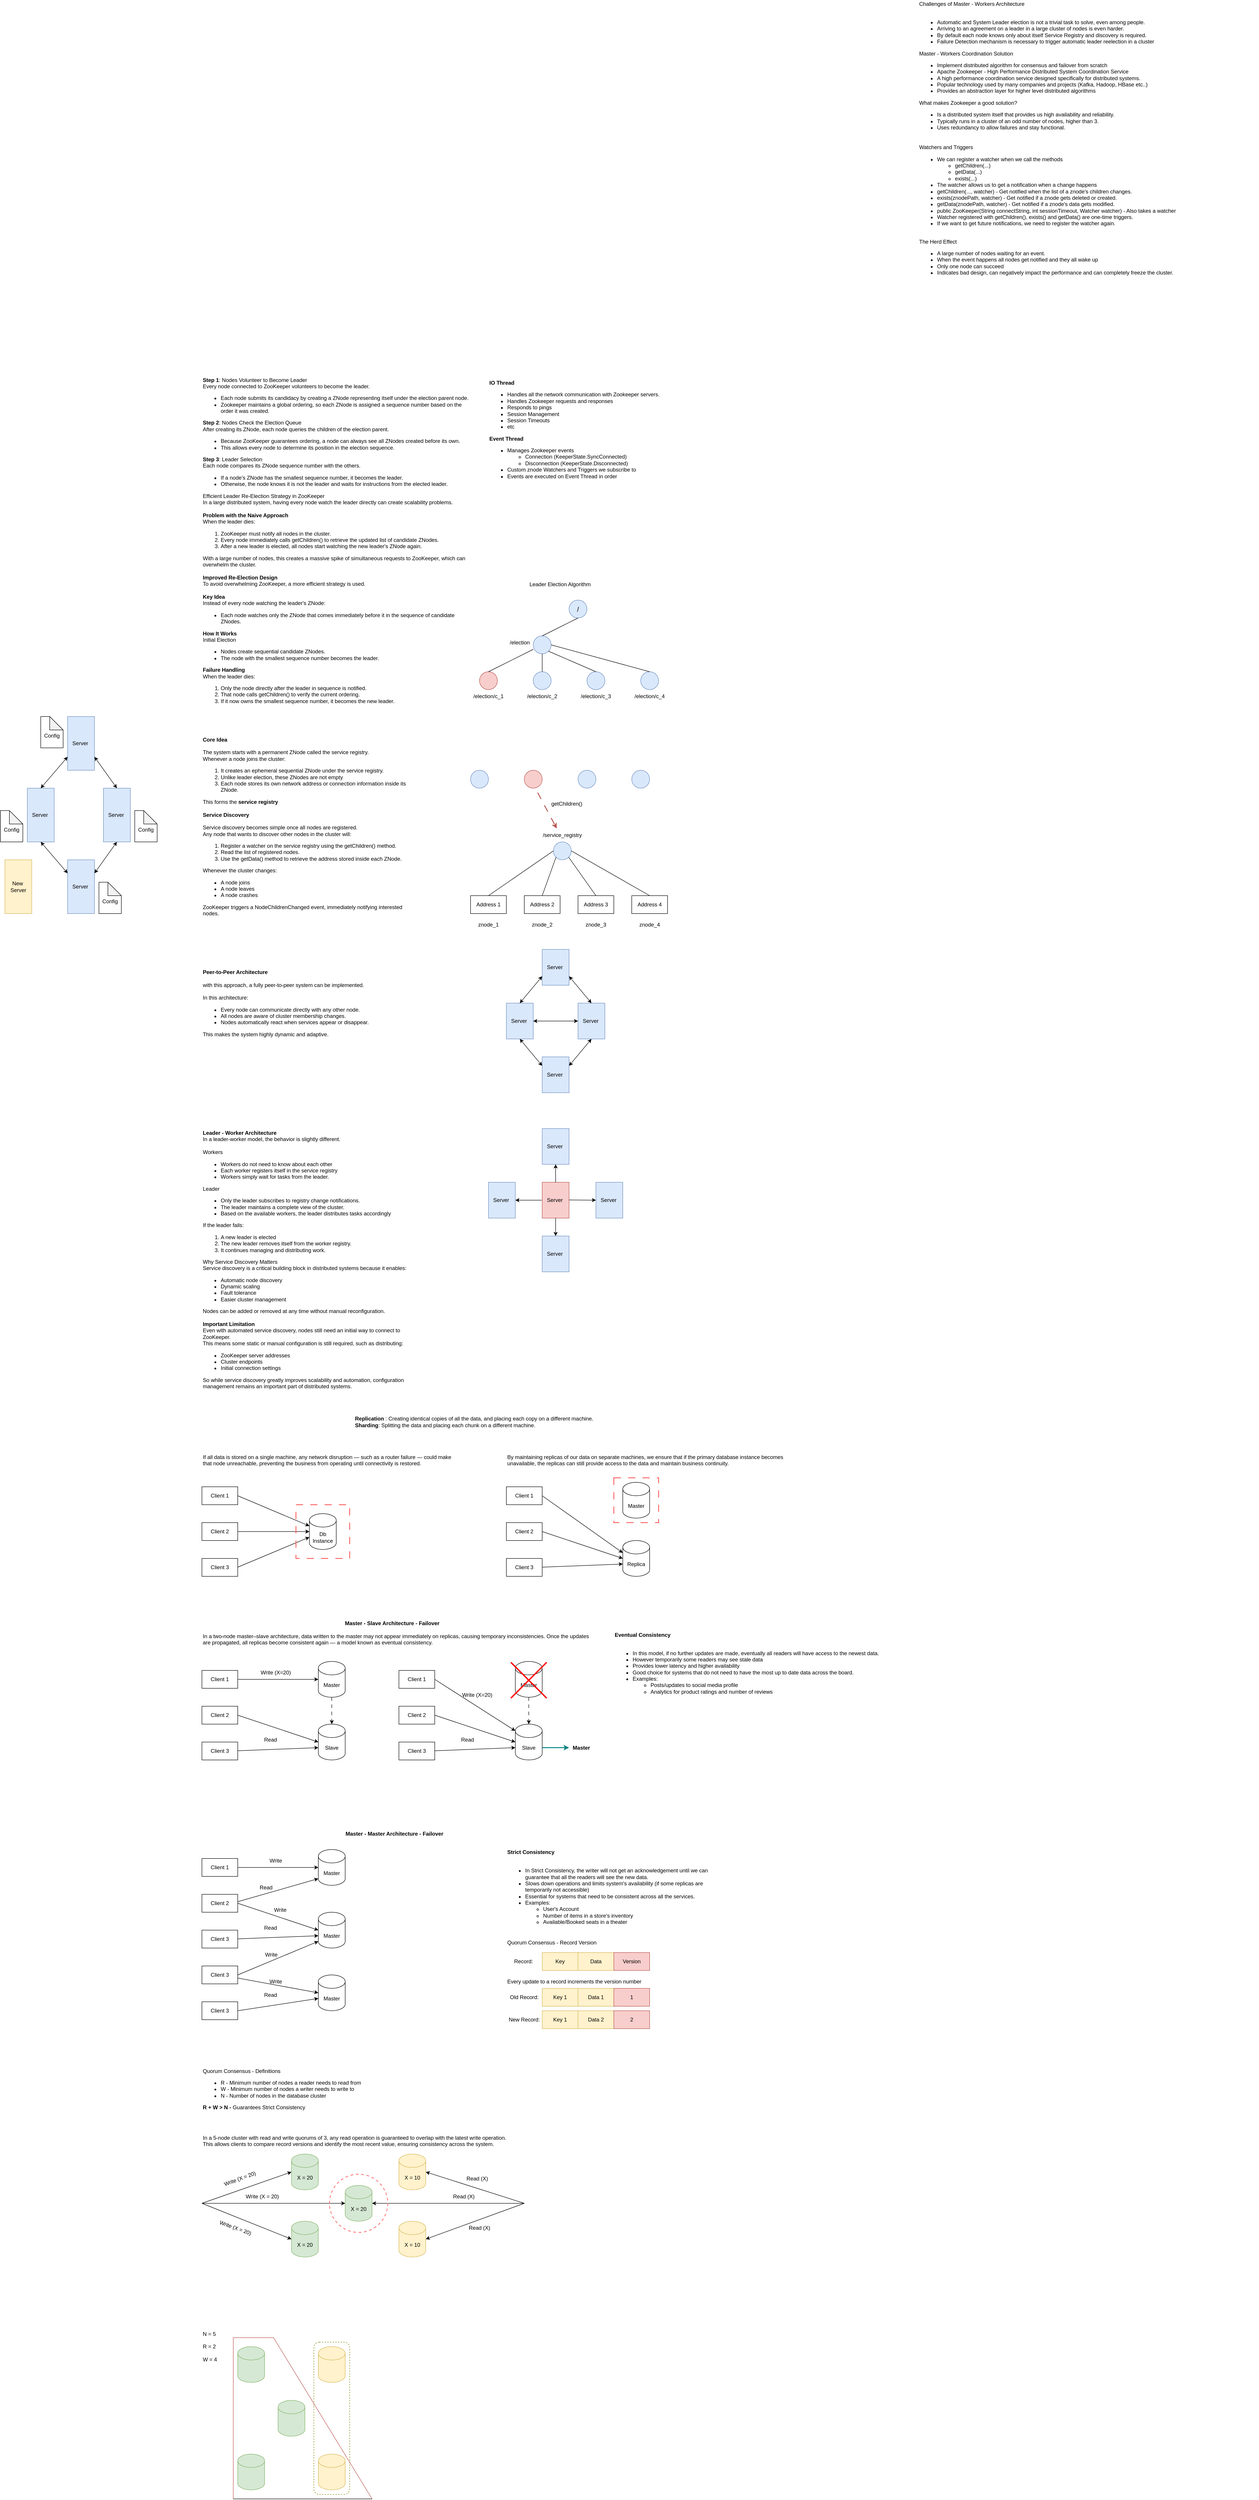
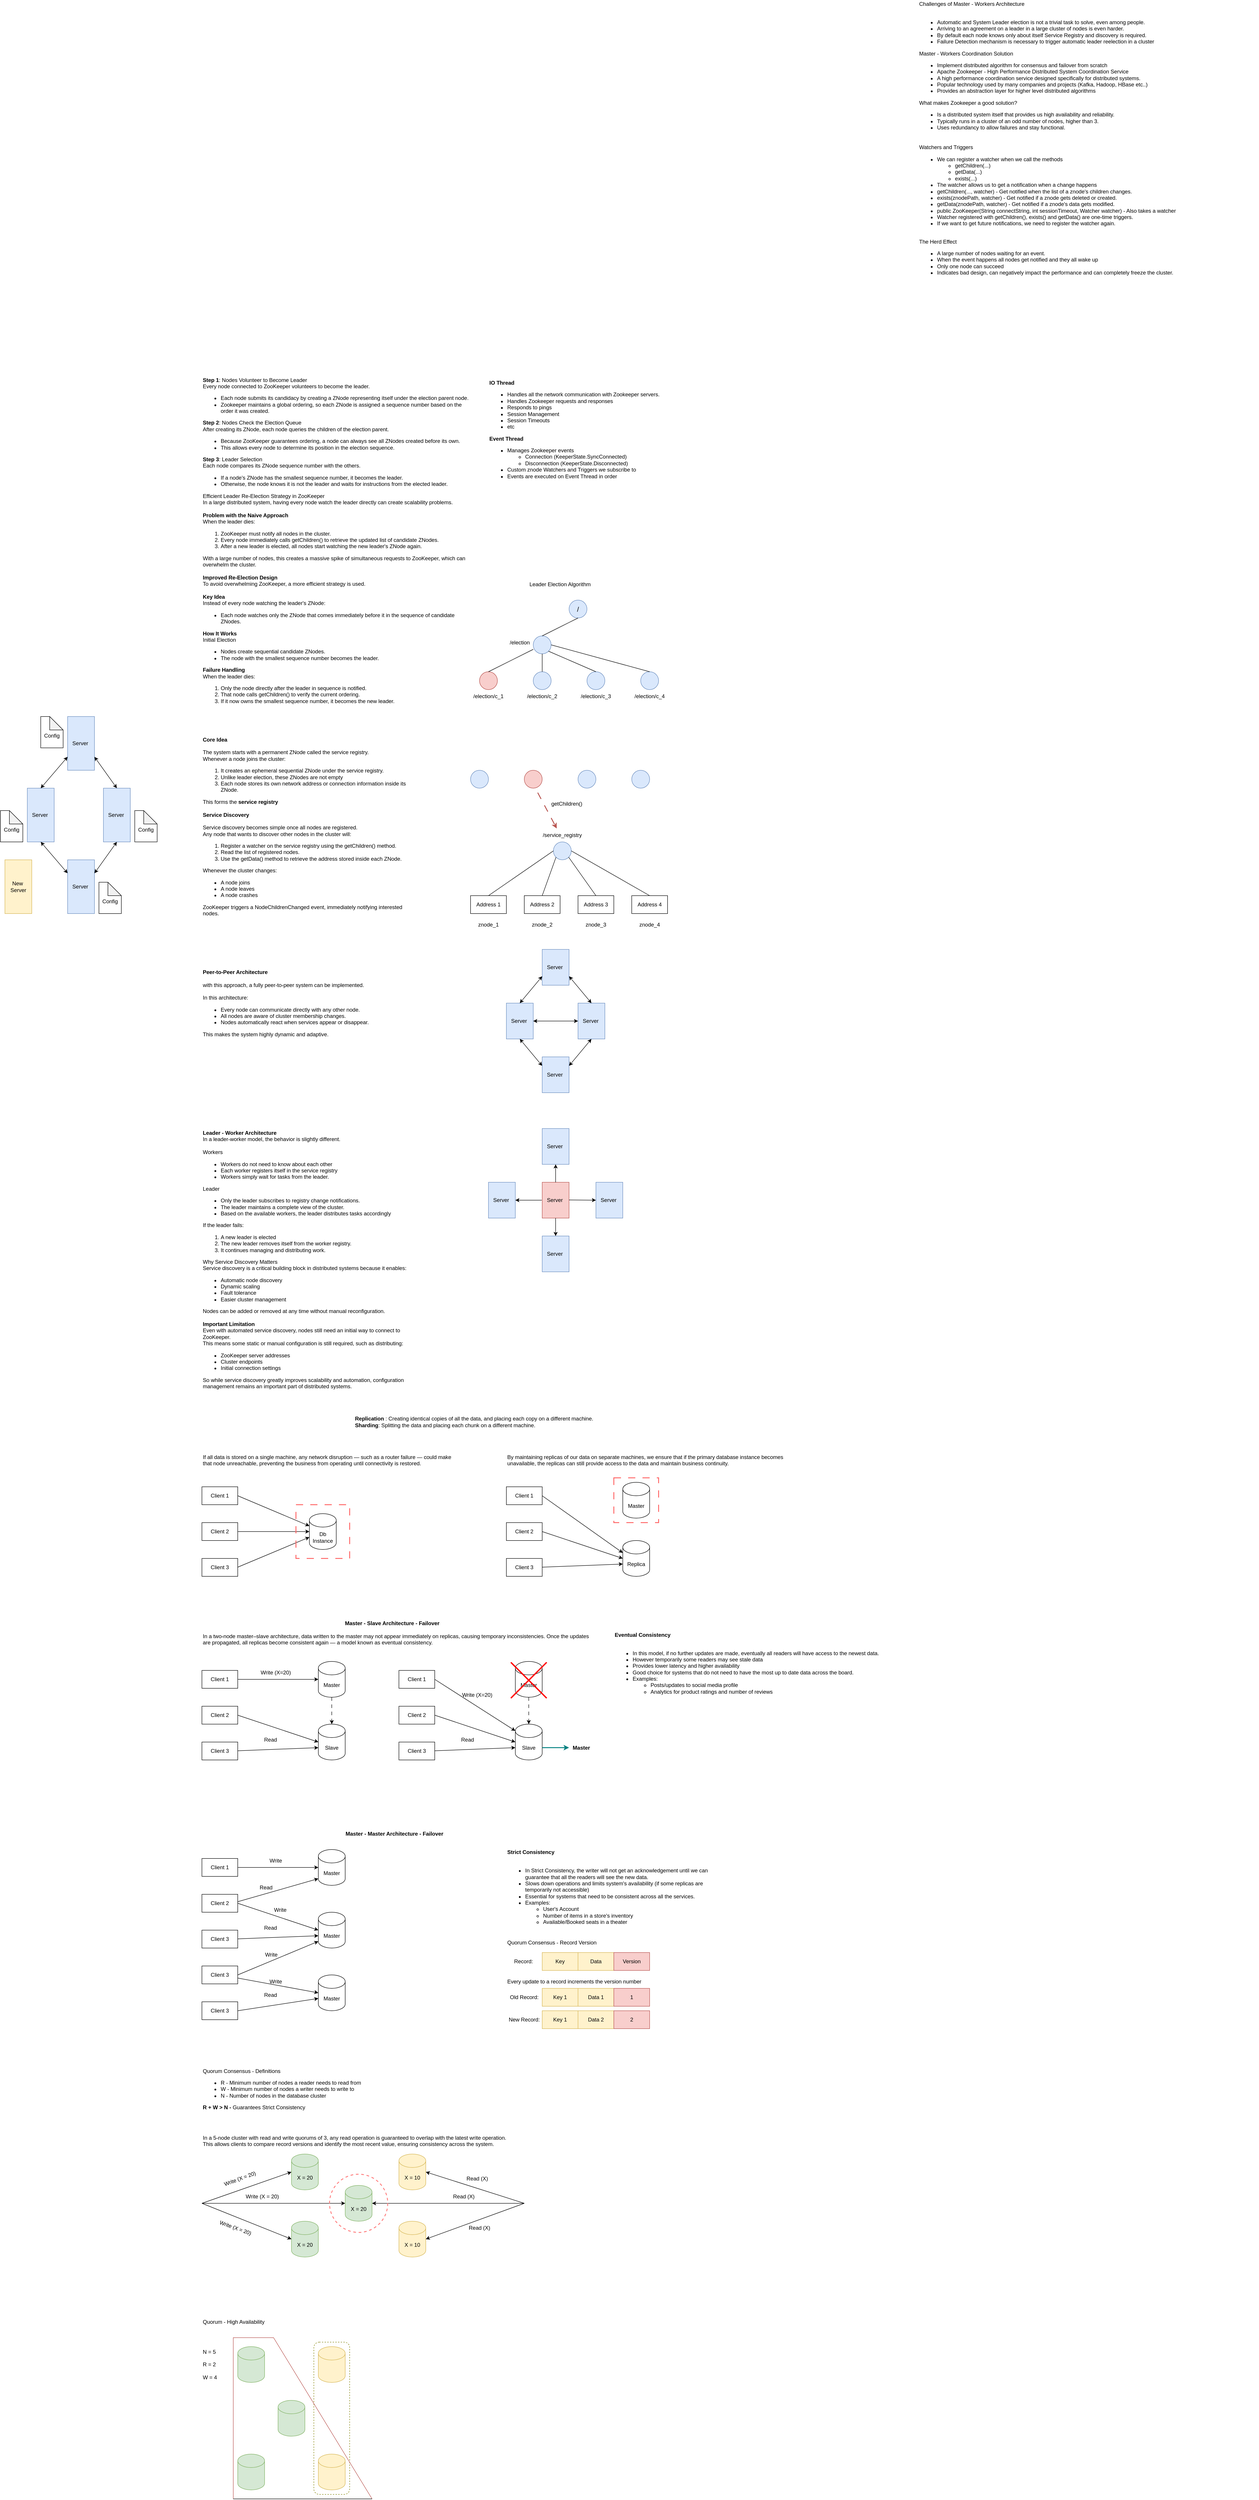
<mxfile host="app.diagrams.net">
  <diagram name="Page-1" id="tO2NQB0IofIboXUTSpVf">
    <mxGraphModel dx="4391" dy="1800" grid="1" gridSize="10" guides="1" tooltips="1" connect="1" arrows="1" fold="1" page="1" pageScale="1" pageWidth="850" pageHeight="1100" math="0" shadow="0">
      <root>
        <mxCell id="0" />
        <mxCell id="1" parent="0" />
        <mxCell id="MGsdMgP7l0InPqgAwvWF-1" parent="1" style="text;html=1;whiteSpace=wrap;strokeColor=none;fillColor=none;align=left;verticalAlign=middle;rounded=0;" value="&lt;div&gt;Challenges of Master - Workers Architecture&lt;/div&gt;&lt;div&gt;&lt;br&gt;&lt;/div&gt;&lt;div&gt;&lt;ul&gt;&lt;li&gt;Automatic and System Leader election is not a trivial task to solve, even among people.&lt;/li&gt;&lt;li&gt;Arriving to an agreement on a leader in a large cluster of nodes is even harder.&lt;/li&gt;&lt;li&gt;By default each node knows only about itself Service Registry and discovery is required.&lt;/li&gt;&lt;li&gt;Failure Detection mechanism is necessary to trigger automatic leader reelection in a cluster&lt;/li&gt;&lt;/ul&gt;&lt;div&gt;Master - Workers Coordination Solution&lt;/div&gt;&lt;div&gt;&lt;ul&gt;&lt;li&gt;Implement distributed algorithm for consensus and failover from scratch&lt;/li&gt;&lt;li&gt;Apache Zookeeper - High Performance Distributed System Coordination Service&amp;nbsp;&lt;/li&gt;&lt;li&gt;A high performance coordination service designed specifically for distributed systems.&lt;/li&gt;&lt;li&gt;Popular technology used by many companies and projects (Kafka, Hadoop, HBase etc..)&lt;/li&gt;&lt;li&gt;Provides an abstraction layer for higher level distributed algorithms&lt;/li&gt;&lt;/ul&gt;&lt;div&gt;What makes Zookeeper a good solution?&lt;/div&gt;&lt;div&gt;&lt;ul&gt;&lt;li&gt;Is a distributed system itself that provides us high availability and reliability.&lt;/li&gt;&lt;li&gt;Typically runs in a cluster of an odd number of nodes, higher than 3.&lt;/li&gt;&lt;li&gt;Uses redundancy to allow failures and stay functional.&lt;/li&gt;&lt;/ul&gt;&lt;/div&gt;&lt;/div&gt;&lt;/div&gt;&lt;div&gt;&lt;br&gt;&lt;/div&gt;" vertex="1">
          <mxGeometry height="320" width="760" x="40" y="-1000" as="geometry" />
        </mxCell>
        <mxCell id="MGsdMgP7l0InPqgAwvWF-2" parent="1" style="ellipse;whiteSpace=wrap;html=1;fillColor=#dae8fc;strokeColor=#6c8ebf;fontSize=15;" value="/" vertex="1">
          <mxGeometry height="40" width="40" x="-740" y="340" as="geometry" />
        </mxCell>
        <mxCell id="MGsdMgP7l0InPqgAwvWF-3" parent="1" style="text;html=1;whiteSpace=wrap;strokeColor=none;fillColor=none;align=center;verticalAlign=middle;rounded=0;" value="Leader Election Algorithm" vertex="1">
          <mxGeometry height="30" width="240" x="-880" y="290" as="geometry" />
        </mxCell>
        <mxCell id="MGsdMgP7l0InPqgAwvWF-5" parent="1" style="ellipse;whiteSpace=wrap;html=1;fillColor=#dae8fc;strokeColor=#6c8ebf;" value="" vertex="1">
          <mxGeometry height="40" width="40" x="-820" y="420" as="geometry" />
        </mxCell>
        <mxCell id="MGsdMgP7l0InPqgAwvWF-8" parent="1" style="text;html=1;whiteSpace=wrap;strokeColor=none;fillColor=none;align=center;verticalAlign=middle;rounded=0;" value="/election" vertex="1">
          <mxGeometry height="30" width="60" x="-880" y="420" as="geometry" />
        </mxCell>
        <mxCell id="MGsdMgP7l0InPqgAwvWF-9" parent="1" style="ellipse;whiteSpace=wrap;html=1;fillColor=#f8cecc;strokeColor=#b85450;" value="" vertex="1">
          <mxGeometry height="40" width="40" x="-940" y="500" as="geometry" />
        </mxCell>
        <mxCell id="MGsdMgP7l0InPqgAwvWF-10" parent="1" style="ellipse;whiteSpace=wrap;html=1;fillColor=#dae8fc;strokeColor=#6c8ebf;" value="" vertex="1">
          <mxGeometry height="40" width="40" x="-820" y="500" as="geometry" />
        </mxCell>
        <mxCell id="MGsdMgP7l0InPqgAwvWF-11" parent="1" style="ellipse;whiteSpace=wrap;html=1;fillColor=#dae8fc;strokeColor=#6c8ebf;" value="" vertex="1">
          <mxGeometry height="40" width="40" x="-700" y="500" as="geometry" />
        </mxCell>
        <mxCell id="MGsdMgP7l0InPqgAwvWF-12" parent="1" style="ellipse;whiteSpace=wrap;html=1;fillColor=#dae8fc;strokeColor=#6c8ebf;" value="" vertex="1">
          <mxGeometry height="40" width="40" x="-580" y="500" as="geometry" />
        </mxCell>
        <mxCell id="MGsdMgP7l0InPqgAwvWF-13" edge="1" parent="1" source="MGsdMgP7l0InPqgAwvWF-9" style="endArrow=none;html=1;rounded=0;exitX=0.5;exitY=0;exitDx=0;exitDy=0;" value="">
          <mxGeometry height="50" relative="1" width="50" as="geometry">
            <mxPoint x="-870" y="500" as="sourcePoint" />
            <mxPoint x="-820" y="450" as="targetPoint" />
          </mxGeometry>
        </mxCell>
        <mxCell id="MGsdMgP7l0InPqgAwvWF-14" edge="1" parent="1" source="MGsdMgP7l0InPqgAwvWF-10" style="endArrow=none;html=1;rounded=0;exitX=0.5;exitY=0;exitDx=0;exitDy=0;entryX=0.5;entryY=1;entryDx=0;entryDy=0;" target="MGsdMgP7l0InPqgAwvWF-5" value="">
          <mxGeometry height="50" relative="1" width="50" as="geometry">
            <mxPoint x="-850" y="510" as="sourcePoint" />
            <mxPoint x="-800" y="460" as="targetPoint" />
          </mxGeometry>
        </mxCell>
        <mxCell id="MGsdMgP7l0InPqgAwvWF-15" edge="1" parent="1" source="MGsdMgP7l0InPqgAwvWF-11" style="endArrow=none;html=1;rounded=0;entryX=1;entryY=1;entryDx=0;entryDy=0;exitX=0.5;exitY=0;exitDx=0;exitDy=0;" target="MGsdMgP7l0InPqgAwvWF-5" value="">
          <mxGeometry height="50" relative="1" width="50" as="geometry">
            <mxPoint x="-760" y="500" as="sourcePoint" />
            <mxPoint x="-710" y="450" as="targetPoint" />
          </mxGeometry>
        </mxCell>
        <mxCell id="MGsdMgP7l0InPqgAwvWF-16" edge="1" parent="1" source="MGsdMgP7l0InPqgAwvWF-12" style="endArrow=none;html=1;rounded=0;entryX=1;entryY=0.5;entryDx=0;entryDy=0;exitX=0.5;exitY=0;exitDx=0;exitDy=0;" target="MGsdMgP7l0InPqgAwvWF-5" value="">
          <mxGeometry height="50" relative="1" width="50" as="geometry">
            <mxPoint x="-670" y="500" as="sourcePoint" />
            <mxPoint x="-620" y="450" as="targetPoint" />
          </mxGeometry>
        </mxCell>
        <mxCell id="MGsdMgP7l0InPqgAwvWF-17" parent="1" style="text;html=1;whiteSpace=wrap;strokeColor=none;fillColor=none;align=center;verticalAlign=middle;rounded=0;" value="/service_registry" vertex="1">
          <mxGeometry height="30" width="90" x="-800" y="850" as="geometry" />
        </mxCell>
        <mxCell id="MGsdMgP7l0InPqgAwvWF-18" parent="1" style="text;html=1;whiteSpace=wrap;strokeColor=none;fillColor=none;align=center;verticalAlign=middle;rounded=0;" value="/election/c_2" vertex="1">
          <mxGeometry height="30" width="80" x="-840" y="540" as="geometry" />
        </mxCell>
        <mxCell id="MGsdMgP7l0InPqgAwvWF-19" parent="1" style="text;html=1;whiteSpace=wrap;strokeColor=none;fillColor=none;align=center;verticalAlign=middle;rounded=0;" value="/election/c_3" vertex="1">
          <mxGeometry height="30" width="80" x="-720" y="540" as="geometry" />
        </mxCell>
        <mxCell id="MGsdMgP7l0InPqgAwvWF-20" parent="1" style="text;html=1;whiteSpace=wrap;strokeColor=none;fillColor=none;align=center;verticalAlign=middle;rounded=0;" value="/election/c_4" vertex="1">
          <mxGeometry height="30" width="80" x="-600" y="540" as="geometry" />
        </mxCell>
        <mxCell id="MGsdMgP7l0InPqgAwvWF-21" parent="1" style="text;html=1;whiteSpace=wrap;strokeColor=none;fillColor=none;align=left;verticalAlign=middle;rounded=0;" value="&lt;div&gt;&lt;b&gt;Step 1&lt;/b&gt;: Nodes Volunteer to Become Leader&amp;nbsp;&lt;/div&gt;&lt;div&gt;Every node connected to ZooKeeper volunteers to become the leader.&lt;/div&gt;&lt;div&gt;&lt;ul&gt;&lt;li&gt;Each node submits its candidacy by creating a ZNode representing itself under the election parent node.&lt;/li&gt;&lt;li&gt;Zookeeper maintains a global ordering, so each ZNode is assigned a sequence number based on the order it was created.&lt;/li&gt;&lt;/ul&gt;&lt;div&gt;&lt;b&gt;Step 2&lt;/b&gt;: Nodes Check the Election Queue&lt;/div&gt;&lt;div&gt;After creating its ZNode, each node queries the children of the election parent.&lt;/div&gt;&lt;div&gt;&lt;ul&gt;&lt;li&gt;Because ZooKeeper guarantees ordering, a node can always see all ZNodes created before its own.&lt;/li&gt;&lt;li&gt;This allows every node to determine its position in the election sequence.&lt;/li&gt;&lt;/ul&gt;&lt;div&gt;&lt;b&gt;Step 3&lt;/b&gt;: Leader Selection&lt;/div&gt;&lt;div&gt;Each node compares its ZNode sequence number with the others.&lt;/div&gt;&lt;div&gt;&lt;ul&gt;&lt;li&gt;If a node&#39;s ZNode has the smallest sequence number, it becomes the leader.&lt;/li&gt;&lt;li&gt;Otherwise, the node knows it is not the leader and waits for instructions from the elected leader.&lt;/li&gt;&lt;/ul&gt;&lt;div&gt;Efficient Leader Re-Election Strategy in ZooKeeper&lt;/div&gt;&lt;div&gt;In a large distributed system, having every node watch the leader directly can create scalability problems.&lt;/div&gt;&lt;div&gt;&lt;br&gt;&lt;/div&gt;&lt;div&gt;&lt;b&gt;Problem with the Naive Approach&lt;/b&gt;&lt;/div&gt;&lt;div&gt;When the leader dies:&lt;/div&gt;&lt;div&gt;&lt;ol&gt;&lt;li&gt;ZooKeeper must notify all nodes in the cluster.&lt;/li&gt;&lt;li&gt;Every node immediately calls getChildren() to retrieve the updated list of candidate ZNodes.&lt;/li&gt;&lt;li&gt;After a new leader is elected, all nodes start watching the new leader&#39;s ZNode again.&lt;/li&gt;&lt;/ol&gt;&lt;div&gt;With a large number of nodes, this creates a massive spike of simultaneous requests to ZooKeeper, which can&amp;nbsp;&lt;/div&gt;&lt;div&gt;overwhelm the cluster.&lt;/div&gt;&lt;div&gt;&lt;br&gt;&lt;/div&gt;&lt;div&gt;&lt;b&gt;Improved Re-Election Design&amp;nbsp;&lt;/b&gt;&lt;/div&gt;&lt;div&gt;To avoid overwhelming ZooKeeper, a more efficient strategy is used.&lt;/div&gt;&lt;div&gt;&lt;br&gt;&lt;/div&gt;&lt;div&gt;&lt;b&gt;Key Idea&amp;nbsp;&lt;/b&gt;&lt;/div&gt;&lt;div&gt;Instead of every node watching the leader&#39;s ZNode:&lt;/div&gt;&lt;div&gt;&lt;ul&gt;&lt;li&gt;Each node watches only the ZNode that comes immediately before it in the sequence of candidate ZNodes.&lt;/li&gt;&lt;/ul&gt;&lt;div&gt;&lt;b&gt;How It Works&amp;nbsp;&lt;/b&gt;&lt;/div&gt;&lt;div&gt;Initial Election&amp;nbsp;&lt;/div&gt;&lt;div&gt;&lt;ul&gt;&lt;li&gt;Nodes create sequential candidate ZNodes.&lt;/li&gt;&lt;li&gt;The node with the smallest sequence number becomes the leader.&lt;/li&gt;&lt;/ul&gt;&lt;div&gt;&lt;b&gt;Failure Handling&lt;/b&gt;&lt;/div&gt;&lt;div&gt;When the leader dies:&lt;/div&gt;&lt;div&gt;&lt;ol&gt;&lt;li&gt;Only the node directly after the leader in sequence is notified.&lt;/li&gt;&lt;li&gt;That node calls getChildren() to verify the current ordering.&lt;/li&gt;&lt;li&gt;If it now owns the smallest sequence number, it becomes the new leader.&lt;/li&gt;&lt;/ol&gt;&lt;/div&gt;&lt;div&gt;&lt;br&gt;&lt;/div&gt;&lt;/div&gt;&lt;/div&gt;&lt;/div&gt;&lt;/div&gt;&lt;/div&gt;&lt;/div&gt;" vertex="1">
          <mxGeometry height="760" width="600" x="-1560" y="-160" as="geometry" />
        </mxCell>
        <mxCell id="MGsdMgP7l0InPqgAwvWF-22" edge="1" parent="1" source="MGsdMgP7l0InPqgAwvWF-5" style="endArrow=none;html=1;rounded=0;exitX=0.5;exitY=0;exitDx=0;exitDy=0;" value="">
          <mxGeometry height="50" relative="1" width="50" as="geometry">
            <mxPoint x="-770" y="430" as="sourcePoint" />
            <mxPoint x="-720" y="380" as="targetPoint" />
          </mxGeometry>
        </mxCell>
        <mxCell id="MGsdMgP7l0InPqgAwvWF-23" parent="1" style="text;html=1;whiteSpace=wrap;strokeColor=none;fillColor=none;align=left;verticalAlign=middle;rounded=0;" value="&lt;div&gt;&lt;b&gt;IO Thread&amp;nbsp;&lt;/b&gt;&lt;/div&gt;&lt;div&gt;&lt;ul&gt;&lt;li&gt;Handles all the network communication with Zookeeper servers.&lt;/li&gt;&lt;li&gt;Handles Zookeeper requests and responses&amp;nbsp;&lt;/li&gt;&lt;li&gt;Responds to pings&amp;nbsp;&lt;/li&gt;&lt;li&gt;Session Management&amp;nbsp;&lt;/li&gt;&lt;li&gt;Session Timeouts&amp;nbsp;&lt;/li&gt;&lt;li&gt;etc&amp;nbsp;&lt;/li&gt;&lt;/ul&gt;&lt;div&gt;&lt;b&gt;Event Thread&amp;nbsp;&lt;/b&gt;&lt;/div&gt;&lt;div&gt;&lt;ul&gt;&lt;li&gt;Manages Zookeeper events&amp;nbsp;&lt;/li&gt;&lt;ul&gt;&lt;li&gt;Connection (KeeperState.SyncConnected)&lt;/li&gt;&lt;li&gt;Disconnection (KeeperState.Disconnected)&lt;/li&gt;&lt;/ul&gt;&lt;li&gt;Custom znode Watchers and Triggers we subscribe to&amp;nbsp;&lt;/li&gt;&lt;li&gt;Events are executed on Event Thread in order&amp;nbsp;&lt;/li&gt;&lt;/ul&gt;&lt;/div&gt;&lt;/div&gt;" vertex="1">
          <mxGeometry height="250" width="440" x="-920" y="-160" as="geometry" />
        </mxCell>
        <mxCell id="MGsdMgP7l0InPqgAwvWF-24" parent="1" style="text;html=1;whiteSpace=wrap;strokeColor=none;fillColor=none;align=left;verticalAlign=middle;rounded=0;" value="&lt;div&gt;Watchers and Triggers&lt;/div&gt;&lt;div&gt;&lt;ul&gt;&lt;li&gt;We can register a watcher when we call the methods&lt;/li&gt;&lt;ul&gt;&lt;li&gt;getChildren(...)&lt;/li&gt;&lt;li&gt;getData(...)&lt;/li&gt;&lt;li&gt;exists(...)&lt;/li&gt;&lt;/ul&gt;&lt;li&gt;The watcher allows us to get a notification when a change happens&lt;/li&gt;&lt;li&gt;getChildren(..., watcher) - Get notified when the list of a znode&#39;s children changes.&lt;/li&gt;&lt;li&gt;exists(znodePath, watcher) - Get notified if a znode gets deleted or created.&lt;/li&gt;&lt;li&gt;getData(znodePath, watcher) - Get notified if a znode&#39;s data gets modified.&lt;/li&gt;&lt;li&gt;public ZooKeeper(String connectString, int sessionTimeout, Watcher watcher) - Also takes a watcher&amp;nbsp;&lt;/li&gt;&lt;li&gt;Watcher registered with getChildren(), exists() and getData() are one-time triggers.&lt;/li&gt;&lt;li&gt;If we want to get future notifications, we need to register the watcher again.&lt;/li&gt;&lt;/ul&gt;&lt;/div&gt;" vertex="1">
          <mxGeometry height="200" width="760" x="40" y="-680" as="geometry" />
        </mxCell>
        <mxCell id="MGsdMgP7l0InPqgAwvWF-25" parent="1" style="text;html=1;whiteSpace=wrap;strokeColor=none;fillColor=none;align=left;verticalAlign=middle;rounded=0;" value="&lt;div&gt;The Herd Effect&lt;/div&gt;&lt;div&gt;&lt;ul&gt;&lt;li&gt;A large number of nodes waiting for an event.&lt;/li&gt;&lt;li&gt;When the event happens all nodes get notified and they all wake up&lt;/li&gt;&lt;li&gt;Only one node can succeed&amp;nbsp;&lt;/li&gt;&lt;li&gt;Indicates bad design, can negatively impact the performance and can completely freeze the cluster.&lt;/li&gt;&lt;/ul&gt;&lt;/div&gt;" vertex="1">
          <mxGeometry height="120" width="760" x="40" y="-480" as="geometry" />
        </mxCell>
        <mxCell id="MGsdMgP7l0InPqgAwvWF-26" parent="1" style="rounded=0;whiteSpace=wrap;html=1;fillColor=#dae8fc;strokeColor=#6c8ebf;" value="Server&amp;nbsp;" vertex="1">
          <mxGeometry height="120" width="60" x="-1950" y="760" as="geometry" />
        </mxCell>
        <mxCell id="MGsdMgP7l0InPqgAwvWF-35" parent="1" style="rounded=0;whiteSpace=wrap;html=1;fillColor=#dae8fc;strokeColor=#6c8ebf;" value="Server&amp;nbsp;" vertex="1">
          <mxGeometry height="120" width="60" x="-1860" y="600" as="geometry" />
        </mxCell>
        <mxCell id="MGsdMgP7l0InPqgAwvWF-38" parent="1" style="rounded=0;whiteSpace=wrap;html=1;fillColor=#dae8fc;strokeColor=#6c8ebf;" value="Server&amp;nbsp;" vertex="1">
          <mxGeometry height="120" width="60" x="-1780" y="760" as="geometry" />
        </mxCell>
        <mxCell id="MGsdMgP7l0InPqgAwvWF-42" parent="1" style="shape=note;whiteSpace=wrap;html=1;backgroundOutline=1;darkOpacity=0.05;" value="&lt;div&gt;&lt;br&gt;&lt;/div&gt;&lt;div&gt;Config&lt;/div&gt;" vertex="1">
          <mxGeometry height="70" width="50" x="-2010" y="810" as="geometry" />
        </mxCell>
        <mxCell id="MGsdMgP7l0InPqgAwvWF-43" parent="1" style="shape=note;whiteSpace=wrap;html=1;backgroundOutline=1;darkOpacity=0.05;" value="&lt;div&gt;&lt;br&gt;&lt;/div&gt;&lt;div&gt;Config&lt;/div&gt;" vertex="1">
          <mxGeometry height="70" width="50" x="-1920" y="600" as="geometry" />
        </mxCell>
        <mxCell id="MGsdMgP7l0InPqgAwvWF-44" parent="1" style="shape=note;whiteSpace=wrap;html=1;backgroundOutline=1;darkOpacity=0.05;" value="&lt;div&gt;&lt;br&gt;&lt;/div&gt;&lt;div&gt;Config&lt;/div&gt;" vertex="1">
          <mxGeometry height="70" width="50" x="-1710" y="810" as="geometry" />
        </mxCell>
        <mxCell id="MGsdMgP7l0InPqgAwvWF-45" edge="1" parent="1" source="MGsdMgP7l0InPqgAwvWF-26" style="endArrow=classic;startArrow=classic;html=1;rounded=0;entryX=0;entryY=0.75;entryDx=0;entryDy=0;exitX=0.5;exitY=0;exitDx=0;exitDy=0;" target="MGsdMgP7l0InPqgAwvWF-35" value="">
          <mxGeometry height="50" relative="1" width="50" as="geometry">
            <mxPoint x="-1980" y="760" as="sourcePoint" />
            <mxPoint x="-1930" y="710" as="targetPoint" />
          </mxGeometry>
        </mxCell>
        <mxCell id="MGsdMgP7l0InPqgAwvWF-47" edge="1" parent="1" source="MGsdMgP7l0InPqgAwvWF-26" style="endArrow=classic;startArrow=classic;html=1;rounded=0;entryX=0;entryY=0.25;entryDx=0;entryDy=0;exitX=0.5;exitY=1;exitDx=0;exitDy=0;" target="MGsdMgP7l0InPqgAwvWF-48" value="">
          <mxGeometry height="50" relative="1" width="50" as="geometry">
            <mxPoint x="-1950" y="950" as="sourcePoint" />
            <mxPoint x="-1840" y="880" as="targetPoint" />
          </mxGeometry>
        </mxCell>
        <mxCell id="MGsdMgP7l0InPqgAwvWF-48" parent="1" style="rounded=0;whiteSpace=wrap;html=1;fillColor=#dae8fc;strokeColor=#6c8ebf;" value="Server&amp;nbsp;" vertex="1">
          <mxGeometry height="120" width="60" x="-1860" y="920" as="geometry" />
        </mxCell>
        <mxCell id="MGsdMgP7l0InPqgAwvWF-49" parent="1" style="shape=note;whiteSpace=wrap;html=1;backgroundOutline=1;darkOpacity=0.05;" value="&lt;div&gt;&lt;br&gt;&lt;/div&gt;&lt;div&gt;Config&lt;/div&gt;" vertex="1">
          <mxGeometry height="70" width="50" x="-1790" y="970" as="geometry" />
        </mxCell>
        <mxCell id="MGsdMgP7l0InPqgAwvWF-50" edge="1" parent="1" style="endArrow=classic;startArrow=classic;html=1;rounded=0;entryX=0.5;entryY=0;entryDx=0;entryDy=0;exitX=0.5;exitY=0;exitDx=0;exitDy=0;" target="MGsdMgP7l0InPqgAwvWF-38" value="">
          <mxGeometry height="50" relative="1" width="50" as="geometry">
            <mxPoint x="-1800" y="690" as="sourcePoint" />
            <mxPoint x="-1690" y="620" as="targetPoint" />
          </mxGeometry>
        </mxCell>
        <mxCell id="MGsdMgP7l0InPqgAwvWF-51" edge="1" parent="1" source="MGsdMgP7l0InPqgAwvWF-38" style="endArrow=classic;startArrow=classic;html=1;rounded=0;entryX=1;entryY=0.25;entryDx=0;entryDy=0;exitX=0.5;exitY=1;exitDx=0;exitDy=0;" target="MGsdMgP7l0InPqgAwvWF-48" value="">
          <mxGeometry height="50" relative="1" width="50" as="geometry">
            <mxPoint x="-1620" y="940" as="sourcePoint" />
            <mxPoint x="-1510" y="1040" as="targetPoint" />
          </mxGeometry>
        </mxCell>
        <mxCell id="MGsdMgP7l0InPqgAwvWF-52" parent="1" style="rounded=0;whiteSpace=wrap;html=1;fillColor=#fff2cc;strokeColor=#d6b656;" value="&lt;div&gt;New&amp;nbsp;&lt;/div&gt;&lt;div&gt;Server&lt;/div&gt;" vertex="1">
          <mxGeometry height="120" width="60" x="-2000" y="920" as="geometry" />
        </mxCell>
        <mxCell id="MGsdMgP7l0InPqgAwvWF-54" parent="1" style="ellipse;whiteSpace=wrap;html=1;fillColor=#dae8fc;strokeColor=#6c8ebf;fontSize=15;" value="" vertex="1">
          <mxGeometry height="40" width="40" x="-775" y="880" as="geometry" />
        </mxCell>
        <mxCell id="MGsdMgP7l0InPqgAwvWF-55" parent="1" style="text;html=1;whiteSpace=wrap;strokeColor=none;fillColor=none;align=center;verticalAlign=middle;rounded=0;" value="/election/c_1" vertex="1">
          <mxGeometry height="30" width="80" x="-960" y="540" as="geometry" />
        </mxCell>
        <mxCell id="MGsdMgP7l0InPqgAwvWF-56" parent="1" style="rounded=0;whiteSpace=wrap;html=1;" value="Address 1" vertex="1">
          <mxGeometry height="40" width="80" x="-960" y="1000" as="geometry" />
        </mxCell>
        <mxCell id="MGsdMgP7l0InPqgAwvWF-57" parent="1" style="rounded=0;whiteSpace=wrap;html=1;" value="Address 2" vertex="1">
          <mxGeometry height="40" width="80" x="-840" y="1000" as="geometry" />
        </mxCell>
        <mxCell id="MGsdMgP7l0InPqgAwvWF-58" parent="1" style="rounded=0;whiteSpace=wrap;html=1;" value="Address 3" vertex="1">
          <mxGeometry height="40" width="80" x="-720" y="1000" as="geometry" />
        </mxCell>
        <mxCell id="MGsdMgP7l0InPqgAwvWF-59" parent="1" style="rounded=0;whiteSpace=wrap;html=1;" value="Address 4" vertex="1">
          <mxGeometry height="40" width="80" x="-600" y="1000" as="geometry" />
        </mxCell>
        <mxCell id="MGsdMgP7l0InPqgAwvWF-60" parent="1" style="text;html=1;whiteSpace=wrap;strokeColor=none;fillColor=none;align=center;verticalAlign=middle;rounded=0;" value="znode_1" vertex="1">
          <mxGeometry height="30" width="80" x="-960" y="1050" as="geometry" />
        </mxCell>
        <mxCell id="MGsdMgP7l0InPqgAwvWF-61" parent="1" style="text;html=1;whiteSpace=wrap;strokeColor=none;fillColor=none;align=center;verticalAlign=middle;rounded=0;" value="znode_2" vertex="1">
          <mxGeometry height="30" width="80" x="-840" y="1050" as="geometry" />
        </mxCell>
        <mxCell id="MGsdMgP7l0InPqgAwvWF-62" parent="1" style="text;html=1;whiteSpace=wrap;strokeColor=none;fillColor=none;align=center;verticalAlign=middle;rounded=0;" value="znode_3" vertex="1">
          <mxGeometry height="30" width="80" x="-720" y="1050" as="geometry" />
        </mxCell>
        <mxCell id="MGsdMgP7l0InPqgAwvWF-63" parent="1" style="text;html=1;whiteSpace=wrap;strokeColor=none;fillColor=none;align=center;verticalAlign=middle;rounded=0;" value="znode_4" vertex="1">
          <mxGeometry height="30" width="80" x="-600" y="1050" as="geometry" />
        </mxCell>
        <mxCell id="MGsdMgP7l0InPqgAwvWF-64" edge="1" parent="1" style="endArrow=none;html=1;rounded=0;entryX=0;entryY=0.5;entryDx=0;entryDy=0;" target="MGsdMgP7l0InPqgAwvWF-54" value="">
          <mxGeometry height="50" relative="1" width="50" as="geometry">
            <mxPoint x="-920" y="1000" as="sourcePoint" />
            <mxPoint x="-870" y="950" as="targetPoint" />
          </mxGeometry>
        </mxCell>
        <mxCell id="MGsdMgP7l0InPqgAwvWF-65" edge="1" parent="1" style="endArrow=none;html=1;rounded=0;entryX=0;entryY=1;entryDx=0;entryDy=0;" target="MGsdMgP7l0InPqgAwvWF-54" value="">
          <mxGeometry height="50" relative="1" width="50" as="geometry">
            <mxPoint x="-800" y="1000" as="sourcePoint" />
            <mxPoint x="-750" y="950" as="targetPoint" />
          </mxGeometry>
        </mxCell>
        <mxCell id="MGsdMgP7l0InPqgAwvWF-66" edge="1" parent="1" style="endArrow=none;html=1;rounded=0;entryX=1;entryY=1;entryDx=0;entryDy=0;" target="MGsdMgP7l0InPqgAwvWF-54" value="">
          <mxGeometry height="50" relative="1" width="50" as="geometry">
            <mxPoint x="-680" y="1000" as="sourcePoint" />
            <mxPoint x="-630" y="950" as="targetPoint" />
          </mxGeometry>
        </mxCell>
        <mxCell id="MGsdMgP7l0InPqgAwvWF-69" edge="1" parent="1" style="endArrow=none;html=1;rounded=0;entryX=1;entryY=0.5;entryDx=0;entryDy=0;" target="MGsdMgP7l0InPqgAwvWF-54" value="">
          <mxGeometry height="50" relative="1" width="50" as="geometry">
            <mxPoint x="-560" y="1000" as="sourcePoint" />
            <mxPoint x="-510" y="950" as="targetPoint" />
          </mxGeometry>
        </mxCell>
        <mxCell id="MGsdMgP7l0InPqgAwvWF-70" parent="1" style="ellipse;whiteSpace=wrap;html=1;fillColor=#f8cecc;strokeColor=#b85450;" value="" vertex="1">
          <mxGeometry height="40" width="40" x="-840" y="720" as="geometry" />
        </mxCell>
        <mxCell id="MGsdMgP7l0InPqgAwvWF-71" parent="1" style="ellipse;whiteSpace=wrap;html=1;fillColor=#dae8fc;strokeColor=#6c8ebf;fontSize=15;" value="" vertex="1">
          <mxGeometry height="40" width="40" x="-960" y="720" as="geometry" />
        </mxCell>
        <mxCell id="MGsdMgP7l0InPqgAwvWF-72" parent="1" style="ellipse;whiteSpace=wrap;html=1;fillColor=#dae8fc;strokeColor=#6c8ebf;fontSize=15;" value="" vertex="1">
          <mxGeometry height="40" width="40" x="-720" y="720" as="geometry" />
        </mxCell>
        <mxCell id="MGsdMgP7l0InPqgAwvWF-73" parent="1" style="ellipse;whiteSpace=wrap;html=1;fillColor=#dae8fc;strokeColor=#6c8ebf;fontSize=15;" value="" vertex="1">
          <mxGeometry height="40" width="40" x="-600" y="720" as="geometry" />
        </mxCell>
        <mxCell id="MGsdMgP7l0InPqgAwvWF-74" edge="1" parent="1" style="endArrow=classic;html=1;rounded=0;entryX=0.25;entryY=0;entryDx=0;entryDy=0;dashed=1;dashPattern=8 8;fillColor=#f8cecc;strokeColor=#b85450;strokeWidth=2;" value="">
          <mxGeometry height="50" relative="1" width="50" as="geometry">
            <mxPoint x="-810" y="770" as="sourcePoint" />
            <mxPoint x="-767.5" y="850" as="targetPoint" />
          </mxGeometry>
        </mxCell>
        <mxCell id="MGsdMgP7l0InPqgAwvWF-75" parent="1" style="text;html=1;whiteSpace=wrap;strokeColor=none;fillColor=none;align=center;verticalAlign=middle;rounded=0;" value="getChildren()" vertex="1">
          <mxGeometry height="30" width="90" x="-790" y="780" as="geometry" />
        </mxCell>
        <mxCell id="MGsdMgP7l0InPqgAwvWF-76" parent="1" style="text;html=1;whiteSpace=wrap;strokeColor=none;fillColor=none;align=left;verticalAlign=middle;rounded=0;" value="&lt;div&gt;&lt;b&gt;Core Idea&amp;nbsp;&lt;/b&gt;&lt;/div&gt;&lt;div&gt;&lt;b&gt;&lt;br&gt;&lt;/b&gt;&lt;/div&gt;&lt;div&gt;The system starts with a permanent ZNode called the service registry.&lt;/div&gt;&lt;div&gt;Whenever a node joins the cluster:&lt;/div&gt;&lt;div&gt;&lt;ol&gt;&lt;li&gt;It creates an ephemeral sequential ZNode under the service registry.&lt;/li&gt;&lt;li&gt;Unlike leader election, these ZNodes are not empty&lt;/li&gt;&lt;li&gt;Each node stores its own network address or connection information inside its ZNode.&lt;/li&gt;&lt;/ol&gt;&lt;div&gt;This forms the &lt;b&gt;service registry&lt;/b&gt;&lt;/div&gt;&lt;div&gt;&lt;b&gt;&lt;br&gt;&lt;/b&gt;&lt;/div&gt;&lt;div&gt;&lt;b&gt;Service Discovery&lt;/b&gt;&lt;/div&gt;&lt;div&gt;&lt;br&gt;&lt;/div&gt;&lt;div&gt;Service discovery becomes simple once all nodes are registered.&lt;/div&gt;&lt;div&gt;Any node that wants to discover other nodes in the cluster will:&lt;/div&gt;&lt;div&gt;&lt;ol&gt;&lt;li&gt;Register a watcher on the service registry using the getChildren() method.&lt;/li&gt;&lt;li&gt;Read the list of registered nodes.&lt;/li&gt;&lt;li&gt;Use the getData() method to retrieve the address stored inside each ZNode.&lt;/li&gt;&lt;/ol&gt;&lt;div&gt;Whenever the cluster changes:&lt;/div&gt;&lt;div&gt;&lt;ul&gt;&lt;li&gt;A node joins&amp;nbsp;&lt;/li&gt;&lt;li&gt;A node leaves&amp;nbsp;&lt;/li&gt;&lt;li&gt;A node crashes&lt;/li&gt;&lt;/ul&gt;&lt;div&gt;ZooKeeper triggers a NodeChildrenChanged event, immediately notifying interested nodes.&lt;/div&gt;&lt;/div&gt;&lt;/div&gt;&lt;div&gt;&lt;br&gt;&lt;/div&gt;&lt;div&gt;&lt;br&gt;&lt;/div&gt;&lt;/div&gt;" vertex="1">
          <mxGeometry height="440" width="480" x="-1560" y="640" as="geometry" />
        </mxCell>
        <mxCell id="MGsdMgP7l0InPqgAwvWF-77" parent="1" style="text;html=1;whiteSpace=wrap;strokeColor=none;fillColor=none;align=left;verticalAlign=middle;rounded=0;" value="&lt;div&gt;&lt;b&gt;Peer-to-Peer Architecture&amp;nbsp;&lt;/b&gt;&lt;/div&gt;&lt;div&gt;&lt;br&gt;&lt;/div&gt;&lt;div&gt;with this approach, a fully peer-to-peer system can be implemented.&lt;/div&gt;&lt;div&gt;&lt;br&gt;&lt;/div&gt;&lt;div&gt;In this architecture:&lt;/div&gt;&lt;div&gt;&lt;ul&gt;&lt;li&gt;Every node can communicate directly with any other node.&lt;/li&gt;&lt;li&gt;All nodes are aware of cluster membership changes.&lt;/li&gt;&lt;li&gt;Nodes automatically react when services appear or disappear.&lt;/li&gt;&lt;/ul&gt;&lt;div&gt;This makes the system highly dynamic and adaptive.&lt;/div&gt;&lt;/div&gt;" vertex="1">
          <mxGeometry height="160" width="480" x="-1560" y="1160" as="geometry" />
        </mxCell>
        <mxCell id="MGsdMgP7l0InPqgAwvWF-78" parent="1" style="text;html=1;whiteSpace=wrap;strokeColor=none;fillColor=none;align=left;verticalAlign=middle;rounded=0;" value="&lt;div&gt;&lt;b&gt;Leader - Worker Architecture&amp;nbsp;&lt;/b&gt;&lt;/div&gt;&lt;div&gt;In a leader-worker model, the behavior is slightly different.&lt;/div&gt;&lt;div&gt;&lt;br&gt;&lt;/div&gt;&lt;div&gt;&lt;div&gt;Workers&lt;/div&gt;&lt;div&gt;&lt;ul&gt;&lt;li&gt;Workers do not need to know about each other&amp;nbsp;&lt;/li&gt;&lt;li&gt;Each worker registers itself in the service registry&lt;/li&gt;&lt;li&gt;Workers simply wait for tasks from the leader.&amp;nbsp;&lt;/li&gt;&lt;/ul&gt;&lt;/div&gt;Leader&amp;nbsp;&lt;/div&gt;&lt;div&gt;&lt;ul&gt;&lt;li&gt;Only the leader subscribes to registry change notifications.&lt;/li&gt;&lt;li&gt;The leader maintains a complete view of the cluster.&lt;/li&gt;&lt;li&gt;Based on the available workers, the leader distributes tasks accordingly&lt;/li&gt;&lt;/ul&gt;&lt;/div&gt;&lt;div&gt;If the leader fails:&lt;/div&gt;&lt;div&gt;&lt;ol&gt;&lt;li&gt;A new leader is elected&lt;/li&gt;&lt;li&gt;The new leader removes itself from the worker registry.&lt;/li&gt;&lt;li&gt;It continues managing and distributing work.&lt;/li&gt;&lt;/ol&gt;&lt;/div&gt;&lt;div&gt;Why Service Discovery Matters&lt;/div&gt;&lt;div&gt;Service discovery is a critical building block in distributed systems because it enables:&lt;/div&gt;&lt;div&gt;&lt;ul&gt;&lt;li&gt;Automatic node discovery&lt;/li&gt;&lt;li&gt;Dynamic scaling&amp;nbsp;&lt;/li&gt;&lt;li&gt;Fault tolerance&amp;nbsp;&lt;/li&gt;&lt;li&gt;Easier cluster management&lt;/li&gt;&lt;/ul&gt;&lt;div&gt;Nodes can be added or removed at any time without manual reconfiguration.&lt;/div&gt;&lt;div&gt;&lt;br&gt;&lt;/div&gt;&lt;div&gt;&lt;b&gt;Important Limitation&lt;/b&gt;&lt;/div&gt;&lt;div&gt;Even with automated service discovery, nodes still need an initial way to connect to ZooKeeper.&lt;/div&gt;&lt;div&gt;This means some static or manual configuration is still required, such as distributing:&lt;/div&gt;&lt;div&gt;&lt;ul&gt;&lt;li&gt;ZooKeeper server addresses&lt;/li&gt;&lt;li&gt;Cluster endpoints&amp;nbsp;&lt;/li&gt;&lt;li&gt;Initial connection settings&lt;/li&gt;&lt;/ul&gt;&lt;div&gt;So while service discovery greatly improves scalability and automation, configuration management remains an important part of distributed systems.&lt;/div&gt;&lt;/div&gt;&lt;/div&gt;&lt;div&gt;&lt;br&gt;&lt;/div&gt;" vertex="1">
          <mxGeometry height="600" width="480" x="-1560" y="1520" as="geometry" />
        </mxCell>
        <mxCell id="MGsdMgP7l0InPqgAwvWF-79" parent="1" style="rounded=0;whiteSpace=wrap;html=1;fillColor=#dae8fc;strokeColor=#6c8ebf;" value="Server&amp;nbsp;" vertex="1">
          <mxGeometry height="80" width="60" x="-880" y="1240" as="geometry" />
        </mxCell>
        <mxCell id="MGsdMgP7l0InPqgAwvWF-80" parent="1" style="rounded=0;whiteSpace=wrap;html=1;fillColor=#dae8fc;strokeColor=#6c8ebf;" value="Server&amp;nbsp;" vertex="1">
          <mxGeometry height="80" width="60" x="-800" y="1120" as="geometry" />
        </mxCell>
        <mxCell id="MGsdMgP7l0InPqgAwvWF-81" parent="1" style="rounded=0;whiteSpace=wrap;html=1;fillColor=#dae8fc;strokeColor=#6c8ebf;" value="Server&amp;nbsp;" vertex="1">
          <mxGeometry height="80" width="60" x="-720" y="1240" as="geometry" />
        </mxCell>
        <mxCell id="MGsdMgP7l0InPqgAwvWF-82" edge="1" parent="1" source="MGsdMgP7l0InPqgAwvWF-79" style="endArrow=classic;startArrow=classic;html=1;rounded=0;entryX=0;entryY=0.75;entryDx=0;entryDy=0;exitX=0.5;exitY=0;exitDx=0;exitDy=0;" target="MGsdMgP7l0InPqgAwvWF-80" value="">
          <mxGeometry height="50" relative="1" width="50" as="geometry">
            <mxPoint x="-920" y="1280" as="sourcePoint" />
            <mxPoint x="-870" y="1230" as="targetPoint" />
          </mxGeometry>
        </mxCell>
        <mxCell id="MGsdMgP7l0InPqgAwvWF-83" edge="1" parent="1" source="MGsdMgP7l0InPqgAwvWF-79" style="endArrow=classic;startArrow=classic;html=1;rounded=0;entryX=0;entryY=0.25;entryDx=0;entryDy=0;exitX=0.5;exitY=1;exitDx=0;exitDy=0;" target="MGsdMgP7l0InPqgAwvWF-84" value="">
          <mxGeometry height="50" relative="1" width="50" as="geometry">
            <mxPoint x="-890" y="1470" as="sourcePoint" />
            <mxPoint x="-780" y="1400" as="targetPoint" />
          </mxGeometry>
        </mxCell>
        <mxCell id="MGsdMgP7l0InPqgAwvWF-84" parent="1" style="rounded=0;whiteSpace=wrap;html=1;fillColor=#dae8fc;strokeColor=#6c8ebf;" value="Server&amp;nbsp;" vertex="1">
          <mxGeometry height="80" width="60" x="-800" y="1360" as="geometry" />
        </mxCell>
        <mxCell id="MGsdMgP7l0InPqgAwvWF-85" edge="1" parent="1" style="endArrow=classic;startArrow=classic;html=1;rounded=0;entryX=0.5;entryY=0;entryDx=0;entryDy=0;exitX=0.5;exitY=0;exitDx=0;exitDy=0;" target="MGsdMgP7l0InPqgAwvWF-81" value="">
          <mxGeometry height="50" relative="1" width="50" as="geometry">
            <mxPoint x="-740" y="1180" as="sourcePoint" />
            <mxPoint x="-690" y="1250" as="targetPoint" />
          </mxGeometry>
        </mxCell>
        <mxCell id="MGsdMgP7l0InPqgAwvWF-86" edge="1" parent="1" source="MGsdMgP7l0InPqgAwvWF-81" style="endArrow=classic;startArrow=classic;html=1;rounded=0;entryX=1;entryY=0.25;entryDx=0;entryDy=0;exitX=0.5;exitY=1;exitDx=0;exitDy=0;" target="MGsdMgP7l0InPqgAwvWF-84" value="">
          <mxGeometry height="50" relative="1" width="50" as="geometry">
            <mxPoint x="-560" y="1460" as="sourcePoint" />
            <mxPoint x="-450" y="1560" as="targetPoint" />
          </mxGeometry>
        </mxCell>
        <mxCell id="MGsdMgP7l0InPqgAwvWF-88" edge="1" parent="1" style="endArrow=classic;startArrow=classic;html=1;rounded=0;entryX=0;entryY=0.5;entryDx=0;entryDy=0;exitX=0.5;exitY=1;exitDx=0;exitDy=0;" target="MGsdMgP7l0InPqgAwvWF-81" value="">
          <mxGeometry height="50" relative="1" width="50" as="geometry">
            <mxPoint x="-820" y="1280" as="sourcePoint" />
            <mxPoint x="-770" y="1340" as="targetPoint" />
          </mxGeometry>
        </mxCell>
        <mxCell id="MGsdMgP7l0InPqgAwvWF-89" parent="1" style="rounded=0;whiteSpace=wrap;html=1;fillColor=#dae8fc;strokeColor=#6c8ebf;" value="Server&amp;nbsp;" vertex="1">
          <mxGeometry height="80" width="60" x="-920" y="1640" as="geometry" />
        </mxCell>
        <mxCell id="MGsdMgP7l0InPqgAwvWF-90" parent="1" style="rounded=0;whiteSpace=wrap;html=1;fillColor=#dae8fc;strokeColor=#6c8ebf;" value="Server&amp;nbsp;" vertex="1">
          <mxGeometry height="80" width="60" x="-800" y="1520" as="geometry" />
        </mxCell>
        <mxCell id="MGsdMgP7l0InPqgAwvWF-91" parent="1" style="rounded=0;whiteSpace=wrap;html=1;fillColor=#dae8fc;strokeColor=#6c8ebf;" value="Server&amp;nbsp;" vertex="1">
          <mxGeometry height="80" width="60" x="-680" y="1640" as="geometry" />
        </mxCell>
        <mxCell id="MGsdMgP7l0InPqgAwvWF-94" parent="1" style="rounded=0;whiteSpace=wrap;html=1;fillColor=#dae8fc;strokeColor=#6c8ebf;" value="Server&amp;nbsp;" vertex="1">
          <mxGeometry height="80" width="60" x="-800" y="1760" as="geometry" />
        </mxCell>
        <mxCell id="MGsdMgP7l0InPqgAwvWF-98" parent="1" style="rounded=0;whiteSpace=wrap;html=1;fillColor=#f8cecc;strokeColor=#b85450;" value="Server&amp;nbsp;" vertex="1">
          <mxGeometry height="80" width="60" x="-800" y="1640" as="geometry" />
        </mxCell>
        <mxCell id="MGsdMgP7l0InPqgAwvWF-99" edge="1" parent="1" style="endArrow=classic;html=1;rounded=0;entryX=0.5;entryY=1;entryDx=0;entryDy=0;" target="MGsdMgP7l0InPqgAwvWF-90" value="">
          <mxGeometry height="50" relative="1" width="50" as="geometry">
            <mxPoint x="-770" y="1640" as="sourcePoint" />
            <mxPoint x="-720" y="1590" as="targetPoint" />
          </mxGeometry>
        </mxCell>
        <mxCell id="MGsdMgP7l0InPqgAwvWF-100" edge="1" parent="1" style="endArrow=classic;html=1;rounded=0;" value="">
          <mxGeometry height="50" relative="1" width="50" as="geometry">
            <mxPoint x="-801" y="1680" as="sourcePoint" />
            <mxPoint x="-860" y="1680" as="targetPoint" />
          </mxGeometry>
        </mxCell>
        <mxCell id="MGsdMgP7l0InPqgAwvWF-101" edge="1" parent="1" source="MGsdMgP7l0InPqgAwvWF-98" style="endArrow=classic;html=1;rounded=0;exitX=0.5;exitY=1;exitDx=0;exitDy=0;" target="MGsdMgP7l0InPqgAwvWF-94" value="">
          <mxGeometry height="50" relative="1" width="50" as="geometry">
            <mxPoint x="-761" y="1730" as="sourcePoint" />
            <mxPoint x="-840" y="1730" as="targetPoint" />
          </mxGeometry>
        </mxCell>
        <mxCell id="MGsdMgP7l0InPqgAwvWF-102" edge="1" parent="1" style="endArrow=classic;html=1;rounded=0;entryX=0;entryY=0.5;entryDx=0;entryDy=0;" target="MGsdMgP7l0InPqgAwvWF-91" value="">
          <mxGeometry height="50" relative="1" width="50" as="geometry">
            <mxPoint x="-740" y="1679.5" as="sourcePoint" />
            <mxPoint x="-660" y="1680" as="targetPoint" />
          </mxGeometry>
        </mxCell>
        <mxCell id="kIgsmheDJQz7XmRfPmZH-1" parent="1" style="text;html=1;whiteSpace=wrap;strokeColor=none;fillColor=none;align=left;verticalAlign=middle;rounded=0;" value="&lt;div&gt;&lt;b&gt;Replication &lt;/b&gt;: Creating identical copies of all the data, and placing each copy on a different machine.&lt;/div&gt;&lt;div&gt;&lt;b&gt;Sharding&lt;/b&gt;: Splitting the data and placing each chunk on a different machine.&lt;/div&gt;" vertex="1">
          <mxGeometry height="70" width="570" x="-1220" y="2140" as="geometry" />
        </mxCell>
        <mxCell id="kIgsmheDJQz7XmRfPmZH-2" parent="1" style="shape=cylinder3;whiteSpace=wrap;html=1;boundedLbl=1;backgroundOutline=1;size=15;" value="Db Instance" vertex="1">
          <mxGeometry height="80" width="60" x="-1320" y="2380" as="geometry" />
        </mxCell>
        <mxCell id="kIgsmheDJQz7XmRfPmZH-4" parent="1" style="rounded=0;whiteSpace=wrap;html=1;" value="Client 1" vertex="1">
          <mxGeometry height="40" width="80" x="-1560" y="2320" as="geometry" />
        </mxCell>
        <mxCell id="kIgsmheDJQz7XmRfPmZH-6" parent="1" style="rounded=0;whiteSpace=wrap;html=1;" value="Client 2" vertex="1">
          <mxGeometry height="40" width="80" x="-1560" y="2400" as="geometry" />
        </mxCell>
        <mxCell id="kIgsmheDJQz7XmRfPmZH-7" parent="1" style="rounded=0;whiteSpace=wrap;html=1;" value="Client 3" vertex="1">
          <mxGeometry height="40" width="80" x="-1560" y="2480" as="geometry" />
        </mxCell>
        <mxCell id="kIgsmheDJQz7XmRfPmZH-8" edge="1" parent="1" style="endArrow=classic;html=1;rounded=0;entryX=0;entryY=0;entryDx=0;entryDy=27.5;entryPerimeter=0;" target="kIgsmheDJQz7XmRfPmZH-2" value="">
          <mxGeometry height="50" relative="1" width="50" as="geometry">
            <mxPoint x="-1480" y="2340" as="sourcePoint" />
            <mxPoint x="-1430" y="2290" as="targetPoint" />
          </mxGeometry>
        </mxCell>
        <mxCell id="kIgsmheDJQz7XmRfPmZH-9" edge="1" parent="1" style="endArrow=classic;html=1;rounded=0;entryX=0;entryY=0.5;entryDx=0;entryDy=0;entryPerimeter=0;" target="kIgsmheDJQz7XmRfPmZH-2" value="">
          <mxGeometry height="50" relative="1" width="50" as="geometry">
            <mxPoint x="-1480" y="2420" as="sourcePoint" />
            <mxPoint x="-1320" y="2485" as="targetPoint" />
          </mxGeometry>
        </mxCell>
        <mxCell id="kIgsmheDJQz7XmRfPmZH-10" edge="1" parent="1" style="endArrow=classic;html=1;rounded=0;entryX=0;entryY=0;entryDx=0;entryDy=52.5;entryPerimeter=0;" target="kIgsmheDJQz7XmRfPmZH-2" value="">
          <mxGeometry height="50" relative="1" width="50" as="geometry">
            <mxPoint x="-1480" y="2499.52" as="sourcePoint" />
            <mxPoint x="-1320" y="2499.52" as="targetPoint" />
          </mxGeometry>
        </mxCell>
        <mxCell id="kIgsmheDJQz7XmRfPmZH-12" parent="1" style="rounded=0;whiteSpace=wrap;html=1;fillColor=none;dashed=1;dashPattern=8 8;strokeColor=#FF6666;strokeWidth=2;" value="" vertex="1">
          <mxGeometry height="120" width="120" x="-1350" y="2360" as="geometry" />
        </mxCell>
        <mxCell id="kIgsmheDJQz7XmRfPmZH-13" parent="1" style="text;whiteSpace=wrap;html=1;" value="&lt;font&gt;If all data is stored on a single machine, any network disruption — such as a router failure — could make that node unreachable, preventing the business from operating until connectivity is restored.&lt;/font&gt;" vertex="1">
          <mxGeometry height="40" width="560" x="-1560" y="2240" as="geometry" />
        </mxCell>
        <mxCell id="kIgsmheDJQz7XmRfPmZH-15" parent="1" style="shape=cylinder3;whiteSpace=wrap;html=1;boundedLbl=1;backgroundOutline=1;size=15;" value="Replica" vertex="1">
          <mxGeometry height="80" width="60" x="-620" y="2440" as="geometry" />
        </mxCell>
        <mxCell id="kIgsmheDJQz7XmRfPmZH-16" parent="1" style="rounded=0;whiteSpace=wrap;html=1;" value="Client 1" vertex="1">
          <mxGeometry height="40" width="80" x="-880" y="2320" as="geometry" />
        </mxCell>
        <mxCell id="kIgsmheDJQz7XmRfPmZH-17" parent="1" style="rounded=0;whiteSpace=wrap;html=1;" value="Client 2" vertex="1">
          <mxGeometry height="40" width="80" x="-880" y="2400" as="geometry" />
        </mxCell>
        <mxCell id="kIgsmheDJQz7XmRfPmZH-18" parent="1" style="rounded=0;whiteSpace=wrap;html=1;" value="Client 3" vertex="1">
          <mxGeometry height="40" width="80" x="-880" y="2480" as="geometry" />
        </mxCell>
        <mxCell id="kIgsmheDJQz7XmRfPmZH-19" edge="1" parent="1" style="endArrow=classic;html=1;rounded=0;entryX=0;entryY=0;entryDx=0;entryDy=27.5;entryPerimeter=0;" target="kIgsmheDJQz7XmRfPmZH-15" value="">
          <mxGeometry height="50" relative="1" width="50" as="geometry">
            <mxPoint x="-800" y="2340" as="sourcePoint" />
            <mxPoint x="-750" y="2290" as="targetPoint" />
          </mxGeometry>
        </mxCell>
        <mxCell id="kIgsmheDJQz7XmRfPmZH-20" edge="1" parent="1" style="endArrow=classic;html=1;rounded=0;entryX=0;entryY=0.5;entryDx=0;entryDy=0;entryPerimeter=0;" target="kIgsmheDJQz7XmRfPmZH-15" value="">
          <mxGeometry height="50" relative="1" width="50" as="geometry">
            <mxPoint x="-800" y="2420" as="sourcePoint" />
            <mxPoint x="-640" y="2485" as="targetPoint" />
          </mxGeometry>
        </mxCell>
        <mxCell id="kIgsmheDJQz7XmRfPmZH-21" edge="1" parent="1" style="endArrow=classic;html=1;rounded=0;entryX=0;entryY=0;entryDx=0;entryDy=52.5;entryPerimeter=0;" target="kIgsmheDJQz7XmRfPmZH-15" value="">
          <mxGeometry height="50" relative="1" width="50" as="geometry">
            <mxPoint x="-800" y="2499.52" as="sourcePoint" />
            <mxPoint x="-640" y="2499.52" as="targetPoint" />
          </mxGeometry>
        </mxCell>
        <mxCell id="kIgsmheDJQz7XmRfPmZH-23" parent="1" style="shape=cylinder3;whiteSpace=wrap;html=1;boundedLbl=1;backgroundOutline=1;size=15;" value="Master" vertex="1">
          <mxGeometry height="80" width="60" x="-620" y="2310" as="geometry" />
        </mxCell>
        <mxCell id="kIgsmheDJQz7XmRfPmZH-24" parent="1" style="rounded=0;whiteSpace=wrap;html=1;fillColor=none;dashed=1;dashPattern=8 8;strokeColor=#FF6666;strokeWidth=2;" value="" vertex="1">
          <mxGeometry height="100" width="100" x="-640" y="2300" as="geometry" />
        </mxCell>
        <mxCell id="kIgsmheDJQz7XmRfPmZH-25" parent="1" style="text;whiteSpace=wrap;html=1;" value="By maintaining replicas of our data on separate machines, we ensure that if the primary database instance becomes unavailable, the replicas can still provide access to the data and maintain business continuity." vertex="1">
          <mxGeometry height="40" width="640" x="-880" y="2240" as="geometry" />
        </mxCell>
        <mxCell id="kIgsmheDJQz7XmRfPmZH-26" parent="1" style="shape=cylinder3;whiteSpace=wrap;html=1;boundedLbl=1;backgroundOutline=1;size=15;" value="Slave" vertex="1">
          <mxGeometry height="80" width="60" x="-1300" y="2850" as="geometry" />
        </mxCell>
        <mxCell id="kIgsmheDJQz7XmRfPmZH-27" parent="1" style="rounded=0;whiteSpace=wrap;html=1;" value="Client 1" vertex="1">
          <mxGeometry height="40" width="80" x="-1560" y="2730" as="geometry" />
        </mxCell>
        <mxCell id="kIgsmheDJQz7XmRfPmZH-28" parent="1" style="rounded=0;whiteSpace=wrap;html=1;" value="Client 2" vertex="1">
          <mxGeometry height="40" width="80" x="-1560" y="2810" as="geometry" />
        </mxCell>
        <mxCell id="kIgsmheDJQz7XmRfPmZH-29" parent="1" style="rounded=0;whiteSpace=wrap;html=1;" value="Client 3" vertex="1">
          <mxGeometry height="40" width="80" x="-1560" y="2890" as="geometry" />
        </mxCell>
        <mxCell id="kIgsmheDJQz7XmRfPmZH-30" edge="1" parent="1" style="endArrow=classic;html=1;rounded=0;entryX=0;entryY=0.5;entryDx=0;entryDy=0;entryPerimeter=0;" target="kIgsmheDJQz7XmRfPmZH-33" value="">
          <mxGeometry height="50" relative="1" width="50" as="geometry">
            <mxPoint x="-1480" y="2750" as="sourcePoint" />
            <mxPoint x="-1330" y="2750" as="targetPoint" />
          </mxGeometry>
        </mxCell>
        <mxCell id="kIgsmheDJQz7XmRfPmZH-31" edge="1" parent="1" style="endArrow=classic;html=1;rounded=0;entryX=0;entryY=0.5;entryDx=0;entryDy=0;entryPerimeter=0;" target="kIgsmheDJQz7XmRfPmZH-26" value="">
          <mxGeometry height="50" relative="1" width="50" as="geometry">
            <mxPoint x="-1480" y="2830" as="sourcePoint" />
            <mxPoint x="-1320" y="2895" as="targetPoint" />
          </mxGeometry>
        </mxCell>
        <mxCell id="kIgsmheDJQz7XmRfPmZH-32" edge="1" parent="1" style="endArrow=classic;html=1;rounded=0;entryX=0;entryY=0;entryDx=0;entryDy=52.5;entryPerimeter=0;" target="kIgsmheDJQz7XmRfPmZH-26" value="">
          <mxGeometry height="50" relative="1" width="50" as="geometry">
            <mxPoint x="-1480" y="2909.52" as="sourcePoint" />
            <mxPoint x="-1320" y="2909.52" as="targetPoint" />
          </mxGeometry>
        </mxCell>
        <mxCell id="kIgsmheDJQz7XmRfPmZH-33" parent="1" style="shape=cylinder3;whiteSpace=wrap;html=1;boundedLbl=1;backgroundOutline=1;size=15;" value="Master" vertex="1">
          <mxGeometry height="80" width="60" x="-1300" y="2710" as="geometry" />
        </mxCell>
        <mxCell id="kIgsmheDJQz7XmRfPmZH-35" parent="1" style="text;html=1;whiteSpace=wrap;strokeColor=none;fillColor=none;align=center;verticalAlign=middle;rounded=0;" value="Write (X=20)" vertex="1">
          <mxGeometry height="30" width="90" x="-1440" y="2720" as="geometry" />
        </mxCell>
        <mxCell id="kIgsmheDJQz7XmRfPmZH-36" edge="1" parent="1" style="endArrow=classic;html=1;rounded=0;entryX=0.5;entryY=0;entryDx=0;entryDy=0;entryPerimeter=0;dashed=1;dashPattern=8 8;" target="kIgsmheDJQz7XmRfPmZH-26" value="">
          <mxGeometry height="50" relative="1" width="50" as="geometry">
            <mxPoint x="-1270" y="2790" as="sourcePoint" />
            <mxPoint x="-1220" y="2740" as="targetPoint" />
          </mxGeometry>
        </mxCell>
        <mxCell id="kIgsmheDJQz7XmRfPmZH-37" parent="1" style="shape=cylinder3;whiteSpace=wrap;html=1;boundedLbl=1;backgroundOutline=1;size=15;" value="Slave" vertex="1">
          <mxGeometry height="80" width="60" x="-860" y="2850" as="geometry" />
        </mxCell>
        <mxCell id="kIgsmheDJQz7XmRfPmZH-38" parent="1" style="rounded=0;whiteSpace=wrap;html=1;" value="Client 1" vertex="1">
          <mxGeometry height="40" width="80" x="-1120" y="2730" as="geometry" />
        </mxCell>
        <mxCell id="kIgsmheDJQz7XmRfPmZH-39" parent="1" style="rounded=0;whiteSpace=wrap;html=1;" value="Client 2" vertex="1">
          <mxGeometry height="40" width="80" x="-1120" y="2810" as="geometry" />
        </mxCell>
        <mxCell id="kIgsmheDJQz7XmRfPmZH-40" parent="1" style="rounded=0;whiteSpace=wrap;html=1;" value="Client 3" vertex="1">
          <mxGeometry height="40" width="80" x="-1120" y="2890" as="geometry" />
        </mxCell>
        <mxCell id="kIgsmheDJQz7XmRfPmZH-41" edge="1" parent="1" style="endArrow=classic;html=1;rounded=0;entryX=0;entryY=0;entryDx=0;entryDy=15;entryPerimeter=0;" target="kIgsmheDJQz7XmRfPmZH-37" value="">
          <mxGeometry height="50" relative="1" width="50" as="geometry">
            <mxPoint x="-1040" y="2750" as="sourcePoint" />
            <mxPoint x="-890" y="2750" as="targetPoint" />
          </mxGeometry>
        </mxCell>
        <mxCell id="kIgsmheDJQz7XmRfPmZH-42" edge="1" parent="1" style="endArrow=classic;html=1;rounded=0;entryX=0;entryY=0.5;entryDx=0;entryDy=0;entryPerimeter=0;" target="kIgsmheDJQz7XmRfPmZH-37" value="">
          <mxGeometry height="50" relative="1" width="50" as="geometry">
            <mxPoint x="-1040" y="2830" as="sourcePoint" />
            <mxPoint x="-880" y="2895" as="targetPoint" />
          </mxGeometry>
        </mxCell>
        <mxCell id="kIgsmheDJQz7XmRfPmZH-43" edge="1" parent="1" style="endArrow=classic;html=1;rounded=0;entryX=0;entryY=0;entryDx=0;entryDy=52.5;entryPerimeter=0;" target="kIgsmheDJQz7XmRfPmZH-37" value="">
          <mxGeometry height="50" relative="1" width="50" as="geometry">
            <mxPoint x="-1040" y="2909.52" as="sourcePoint" />
            <mxPoint x="-880" y="2909.52" as="targetPoint" />
          </mxGeometry>
        </mxCell>
        <mxCell id="kIgsmheDJQz7XmRfPmZH-44" parent="1" style="shape=cylinder3;whiteSpace=wrap;html=1;boundedLbl=1;backgroundOutline=1;size=15;" value="Master" vertex="1">
          <mxGeometry height="80" width="60" x="-860" y="2710" as="geometry" />
        </mxCell>
        <mxCell id="kIgsmheDJQz7XmRfPmZH-45" parent="1" style="text;html=1;whiteSpace=wrap;strokeColor=none;fillColor=none;align=center;verticalAlign=middle;rounded=0;" value="Write (X=20)" vertex="1">
          <mxGeometry height="30" width="90" x="-990" y="2770" as="geometry" />
        </mxCell>
        <mxCell id="kIgsmheDJQz7XmRfPmZH-46" edge="1" parent="1" style="endArrow=classic;html=1;rounded=0;entryX=0.5;entryY=0;entryDx=0;entryDy=0;entryPerimeter=0;dashed=1;dashPattern=8 8;" target="kIgsmheDJQz7XmRfPmZH-37" value="">
          <mxGeometry height="50" relative="1" width="50" as="geometry">
            <mxPoint x="-830" y="2790" as="sourcePoint" />
            <mxPoint x="-780" y="2740" as="targetPoint" />
          </mxGeometry>
        </mxCell>
        <mxCell id="kIgsmheDJQz7XmRfPmZH-47" parent="1" style="text;html=1;whiteSpace=wrap;strokeColor=none;fillColor=none;align=center;verticalAlign=middle;rounded=0;fontStyle=1" value="Master - Slave Architecture - Failover" vertex="1">
          <mxGeometry height="30" width="280" x="-1275" y="2610" as="geometry" />
        </mxCell>
        <mxCell id="kIgsmheDJQz7XmRfPmZH-48" edge="1" parent="1" style="endArrow=none;html=1;rounded=0;strokeWidth=3;strokeColor=light-dark(#ff0000, #ededed);" value="">
          <mxGeometry height="50" relative="1" width="50" as="geometry">
            <mxPoint x="-790" y="2792" as="sourcePoint" />
            <mxPoint x="-870" y="2712" as="targetPoint" />
          </mxGeometry>
        </mxCell>
        <mxCell id="kIgsmheDJQz7XmRfPmZH-49" edge="1" parent="1" style="endArrow=none;html=1;rounded=0;strokeWidth=3;strokeColor=light-dark(#ff0000, #ededed);" value="">
          <mxGeometry height="50" relative="1" width="50" as="geometry">
            <mxPoint x="-870" y="2792" as="sourcePoint" />
            <mxPoint x="-790" y="2712" as="targetPoint" />
          </mxGeometry>
        </mxCell>
        <mxCell id="kIgsmheDJQz7XmRfPmZH-52" parent="1" style="text;html=1;whiteSpace=wrap;strokeColor=none;fillColor=none;align=center;verticalAlign=middle;rounded=0;" value="Read&amp;nbsp;" vertex="1">
          <mxGeometry height="30" width="90" x="-1010" y="2870" as="geometry" />
        </mxCell>
        <mxCell id="kIgsmheDJQz7XmRfPmZH-53" edge="1" parent="1" style="endArrow=classic;html=1;rounded=0;strokeColor=light-dark(#008080, #ededed);strokeWidth=2;" value="">
          <mxGeometry height="50" relative="1" width="50" as="geometry">
            <mxPoint x="-800" y="2902.52" as="sourcePoint" />
            <mxPoint x="-740" y="2902.52" as="targetPoint" />
          </mxGeometry>
        </mxCell>
        <mxCell id="kIgsmheDJQz7XmRfPmZH-54" parent="1" style="text;html=1;whiteSpace=wrap;strokeColor=none;fillColor=none;align=center;verticalAlign=middle;rounded=0;" value="&lt;b&gt;Master&lt;/b&gt;" vertex="1">
          <mxGeometry height="30" width="55" x="-740" y="2888" as="geometry" />
        </mxCell>
        <mxCell id="kIgsmheDJQz7XmRfPmZH-56" parent="1" style="text;html=1;whiteSpace=wrap;strokeColor=none;fillColor=none;align=center;verticalAlign=middle;rounded=0;" value="Read&amp;nbsp;" vertex="1">
          <mxGeometry height="30" width="90" x="-1450" y="2870" as="geometry" />
        </mxCell>
        <mxCell id="kIgsmheDJQz7XmRfPmZH-57" parent="1" style="text;html=1;whiteSpace=wrap;strokeColor=none;fillColor=none;align=center;verticalAlign=middle;rounded=0;fontStyle=1" value="Master - Master Architecture - Failover" vertex="1">
          <mxGeometry height="30" width="260" x="-1260" y="3080" as="geometry" />
        </mxCell>
        <mxCell id="kIgsmheDJQz7XmRfPmZH-58" parent="1" style="shape=cylinder3;whiteSpace=wrap;html=1;boundedLbl=1;backgroundOutline=1;size=15;" value="Master" vertex="1">
          <mxGeometry height="80" width="60" x="-1300" y="3270" as="geometry" />
        </mxCell>
        <mxCell id="kIgsmheDJQz7XmRfPmZH-59" parent="1" style="rounded=0;whiteSpace=wrap;html=1;" value="Client 1" vertex="1">
          <mxGeometry height="40" width="80" x="-1560" y="3150" as="geometry" />
        </mxCell>
        <mxCell id="kIgsmheDJQz7XmRfPmZH-60" parent="1" style="rounded=0;whiteSpace=wrap;html=1;" value="Client 2" vertex="1">
          <mxGeometry height="40" width="80" x="-1560" y="3230" as="geometry" />
        </mxCell>
        <mxCell id="kIgsmheDJQz7XmRfPmZH-61" parent="1" style="rounded=0;whiteSpace=wrap;html=1;" value="Client 3" vertex="1">
          <mxGeometry height="40" width="80" x="-1560" y="3310" as="geometry" />
        </mxCell>
        <mxCell id="kIgsmheDJQz7XmRfPmZH-62" edge="1" parent="1" style="endArrow=classic;html=1;rounded=0;entryX=0;entryY=0.5;entryDx=0;entryDy=0;entryPerimeter=0;" target="kIgsmheDJQz7XmRfPmZH-65" value="">
          <mxGeometry height="50" relative="1" width="50" as="geometry">
            <mxPoint x="-1480" y="3170" as="sourcePoint" />
            <mxPoint x="-1330" y="3170" as="targetPoint" />
          </mxGeometry>
        </mxCell>
        <mxCell id="kIgsmheDJQz7XmRfPmZH-63" edge="1" parent="1" style="endArrow=classic;html=1;rounded=0;entryX=0;entryY=0.5;entryDx=0;entryDy=0;entryPerimeter=0;" target="kIgsmheDJQz7XmRfPmZH-58" value="">
          <mxGeometry height="50" relative="1" width="50" as="geometry">
            <mxPoint x="-1480" y="3250" as="sourcePoint" />
            <mxPoint x="-1320" y="3315" as="targetPoint" />
          </mxGeometry>
        </mxCell>
        <mxCell id="kIgsmheDJQz7XmRfPmZH-64" edge="1" parent="1" style="endArrow=classic;html=1;rounded=0;entryX=0;entryY=0;entryDx=0;entryDy=52.5;entryPerimeter=0;" target="kIgsmheDJQz7XmRfPmZH-58" value="">
          <mxGeometry height="50" relative="1" width="50" as="geometry">
            <mxPoint x="-1480" y="3329.52" as="sourcePoint" />
            <mxPoint x="-1320" y="3329.52" as="targetPoint" />
          </mxGeometry>
        </mxCell>
        <mxCell id="kIgsmheDJQz7XmRfPmZH-65" parent="1" style="shape=cylinder3;whiteSpace=wrap;html=1;boundedLbl=1;backgroundOutline=1;size=15;" value="Master" vertex="1">
          <mxGeometry height="80" width="60" x="-1300" y="3130" as="geometry" />
        </mxCell>
        <mxCell id="kIgsmheDJQz7XmRfPmZH-66" parent="1" style="text;html=1;whiteSpace=wrap;strokeColor=none;fillColor=none;align=center;verticalAlign=middle;rounded=0;" value="Write" vertex="1">
          <mxGeometry height="30" width="90" x="-1440" y="3140" as="geometry" />
        </mxCell>
        <mxCell id="kIgsmheDJQz7XmRfPmZH-68" parent="1" style="text;html=1;whiteSpace=wrap;strokeColor=none;fillColor=none;align=center;verticalAlign=middle;rounded=0;" value="Read&amp;nbsp;" vertex="1">
          <mxGeometry height="30" width="90" x="-1450" y="3290" as="geometry" />
        </mxCell>
        <mxCell id="kIgsmheDJQz7XmRfPmZH-69" parent="1" style="rounded=0;whiteSpace=wrap;html=1;" value="Client 3" vertex="1">
          <mxGeometry height="40" width="80" x="-1560" y="3390" as="geometry" />
        </mxCell>
        <mxCell id="kIgsmheDJQz7XmRfPmZH-70" parent="1" style="shape=cylinder3;whiteSpace=wrap;html=1;boundedLbl=1;backgroundOutline=1;size=15;" value="Master" vertex="1">
          <mxGeometry height="80" width="60" x="-1300" y="3410" as="geometry" />
        </mxCell>
        <mxCell id="kIgsmheDJQz7XmRfPmZH-71" parent="1" style="rounded=0;whiteSpace=wrap;html=1;" value="Client 3" vertex="1">
          <mxGeometry height="40" width="80" x="-1560" y="3470" as="geometry" />
        </mxCell>
        <mxCell id="kIgsmheDJQz7XmRfPmZH-72" edge="1" parent="1" style="endArrow=classic;html=1;rounded=0;entryX=0;entryY=1;entryDx=0;entryDy=-15;entryPerimeter=0;" target="kIgsmheDJQz7XmRfPmZH-65" value="">
          <mxGeometry height="50" relative="1" width="50" as="geometry">
            <mxPoint x="-1480" y="3246.52" as="sourcePoint" />
            <mxPoint x="-1300" y="3240" as="targetPoint" />
          </mxGeometry>
        </mxCell>
        <mxCell id="kIgsmheDJQz7XmRfPmZH-73" parent="1" style="text;html=1;whiteSpace=wrap;strokeColor=none;fillColor=none;align=center;verticalAlign=middle;rounded=0;" value="Read&amp;nbsp;" vertex="1">
          <mxGeometry height="30" width="90" x="-1460" y="3200" as="geometry" />
        </mxCell>
        <mxCell id="kIgsmheDJQz7XmRfPmZH-74" edge="1" parent="1" style="endArrow=classic;html=1;rounded=0;entryX=0;entryY=1;entryDx=0;entryDy=-15;entryPerimeter=0;" target="kIgsmheDJQz7XmRfPmZH-58" value="">
          <mxGeometry height="50" relative="1" width="50" as="geometry">
            <mxPoint x="-1480" y="3410" as="sourcePoint" />
            <mxPoint x="-1300" y="3410" as="targetPoint" />
          </mxGeometry>
        </mxCell>
        <mxCell id="kIgsmheDJQz7XmRfPmZH-75" edge="1" parent="1" style="endArrow=classic;html=1;rounded=0;entryX=0;entryY=0;entryDx=0;entryDy=52.5;entryPerimeter=0;" target="kIgsmheDJQz7XmRfPmZH-70" value="">
          <mxGeometry height="50" relative="1" width="50" as="geometry">
            <mxPoint x="-1480" y="3490" as="sourcePoint" />
            <mxPoint x="-1300" y="3415" as="targetPoint" />
          </mxGeometry>
        </mxCell>
        <mxCell id="kIgsmheDJQz7XmRfPmZH-76" edge="1" parent="1" style="endArrow=classic;html=1;rounded=0;entryX=0;entryY=0.5;entryDx=0;entryDy=0;entryPerimeter=0;" target="kIgsmheDJQz7XmRfPmZH-70" value="">
          <mxGeometry height="50" relative="1" width="50" as="geometry">
            <mxPoint x="-1480" y="3417" as="sourcePoint" />
            <mxPoint x="-1305" y="3390" as="targetPoint" />
          </mxGeometry>
        </mxCell>
        <mxCell id="kIgsmheDJQz7XmRfPmZH-77" parent="1" style="text;html=1;whiteSpace=wrap;strokeColor=none;fillColor=none;align=center;verticalAlign=middle;rounded=0;" value="Write" vertex="1">
          <mxGeometry height="30" width="90" x="-1450" y="3350" as="geometry" />
        </mxCell>
        <mxCell id="kIgsmheDJQz7XmRfPmZH-80" parent="1" style="text;html=1;whiteSpace=wrap;strokeColor=none;fillColor=none;align=center;verticalAlign=middle;rounded=0;" value="Read&amp;nbsp;" vertex="1">
          <mxGeometry height="30" width="90" x="-1450" y="3440" as="geometry" />
        </mxCell>
        <mxCell id="kIgsmheDJQz7XmRfPmZH-81" parent="1" style="text;html=1;whiteSpace=wrap;strokeColor=none;fillColor=none;align=center;verticalAlign=middle;rounded=0;" value="Write" vertex="1">
          <mxGeometry height="30" width="90" x="-1440" y="3410" as="geometry" />
        </mxCell>
        <mxCell id="kIgsmheDJQz7XmRfPmZH-82" parent="1" style="text;html=1;whiteSpace=wrap;strokeColor=none;fillColor=none;align=center;verticalAlign=middle;rounded=0;" value="Write" vertex="1">
          <mxGeometry height="30" width="90" x="-1430" y="3250" as="geometry" />
        </mxCell>
        <mxCell id="kIgsmheDJQz7XmRfPmZH-83" parent="1" style="text;whiteSpace=wrap;html=1;" value="In a two-node master–slave architecture, data written to the master may not appear immediately on replicas, causing temporary inconsistencies. Once the updates are propagated, all replicas become consistent again — a model known as eventual consistency." vertex="1">
          <mxGeometry height="40" width="880" x="-1560" y="2640" as="geometry" />
        </mxCell>
        <mxCell id="kIgsmheDJQz7XmRfPmZH-84" parent="1" style="text;html=1;whiteSpace=wrap;strokeColor=none;fillColor=none;align=left;verticalAlign=middle;rounded=0;" value="&lt;div&gt;&lt;b&gt;Eventual Consistency&amp;nbsp;&lt;/b&gt;&lt;/div&gt;&lt;div&gt;&lt;br&gt;&lt;/div&gt;&lt;div&gt;&lt;ul&gt;&lt;li&gt;In this model, if no further updates are made, eventually all readers will have access to the newest data.&lt;/li&gt;&lt;li&gt;However temporarily some readers may see stale data&lt;/li&gt;&lt;li&gt;Provides lower latency and higher availability&amp;nbsp;&lt;/li&gt;&lt;li&gt;Good choice for systems that do not need to have the most up to date data across the board.&lt;/li&gt;&lt;li&gt;Examples:&lt;/li&gt;&lt;ul&gt;&lt;li&gt;Posts/updates to social media profile&lt;/li&gt;&lt;li&gt;Analytics for product ratings and number of reviews&lt;/li&gt;&lt;/ul&gt;&lt;/ul&gt;&lt;/div&gt;" vertex="1">
          <mxGeometry height="160" width="640" x="-640" y="2640" as="geometry" />
        </mxCell>
        <mxCell id="kIgsmheDJQz7XmRfPmZH-86" parent="1" style="text;html=1;whiteSpace=wrap;strokeColor=none;fillColor=none;align=left;verticalAlign=middle;rounded=0;" value="&lt;div&gt;&lt;b&gt;Strict Consistency&lt;/b&gt;&amp;nbsp;&lt;/div&gt;&lt;div&gt;&lt;br&gt;&lt;/div&gt;&lt;div&gt;&lt;ul&gt;&lt;li&gt;In Strict Consistency, the writer will not get an acknowledgement until we can guarantee that all the readers will see the new data.&lt;/li&gt;&lt;li&gt;Slows down operations and limits system&#39;s availability (if some replicas are temporarily not accessible)&lt;/li&gt;&lt;li&gt;Essential for systems that need to be consistent across all the services.&lt;/li&gt;&lt;li&gt;Examples:&lt;/li&gt;&lt;ul&gt;&lt;li&gt;User&#39;s Account&lt;/li&gt;&lt;li&gt;Number of items in a store&#39;s inventory&amp;nbsp;&lt;/li&gt;&lt;li&gt;Available/Booked seats in a theater&lt;/li&gt;&lt;/ul&gt;&lt;/ul&gt;&lt;/div&gt;" vertex="1">
          <mxGeometry height="200" width="480" x="-880" y="3120" as="geometry" />
        </mxCell>
        <mxCell id="kIgsmheDJQz7XmRfPmZH-87" parent="1" style="text;html=1;whiteSpace=wrap;strokeColor=none;fillColor=none;align=left;verticalAlign=middle;rounded=0;" value="&lt;div&gt;Quorum Consensus - Record Version&lt;/div&gt;&lt;div&gt;&lt;br&gt;&lt;/div&gt;" vertex="1">
          <mxGeometry height="30" width="360" x="-880" y="3330" as="geometry" />
        </mxCell>
        <mxCell id="kIgsmheDJQz7XmRfPmZH-88" parent="1" style="text;html=1;whiteSpace=wrap;strokeColor=none;fillColor=none;align=center;verticalAlign=middle;rounded=0;" value="Record:&amp;nbsp;" vertex="1">
          <mxGeometry height="30" width="80" x="-880" y="3365" as="geometry" />
        </mxCell>
        <mxCell id="kIgsmheDJQz7XmRfPmZH-89" parent="1" style="rounded=0;whiteSpace=wrap;html=1;fillColor=#fff2cc;strokeColor=#d6b656;" value="Key" vertex="1">
          <mxGeometry height="40" width="80" x="-800" y="3360" as="geometry" />
        </mxCell>
        <mxCell id="kIgsmheDJQz7XmRfPmZH-90" parent="1" style="rounded=0;whiteSpace=wrap;html=1;fillColor=#fff2cc;strokeColor=#d6b656;" value="Data" vertex="1">
          <mxGeometry height="40" width="80" x="-720" y="3360" as="geometry" />
        </mxCell>
        <mxCell id="kIgsmheDJQz7XmRfPmZH-91" parent="1" style="rounded=0;whiteSpace=wrap;html=1;fillColor=#f8cecc;strokeColor=#b85450;" value="Version" vertex="1">
          <mxGeometry height="40" width="80" x="-640" y="3360" as="geometry" />
        </mxCell>
        <mxCell id="kIgsmheDJQz7XmRfPmZH-92" parent="1" style="text;html=1;whiteSpace=wrap;strokeColor=none;fillColor=none;align=left;verticalAlign=middle;rounded=0;" value="Every update to a record increments the version number" vertex="1">
          <mxGeometry height="30" width="360" x="-880" y="3410" as="geometry" />
        </mxCell>
        <mxCell id="kIgsmheDJQz7XmRfPmZH-93" parent="1" style="text;html=1;whiteSpace=wrap;strokeColor=none;fillColor=none;align=center;verticalAlign=middle;rounded=0;" value="Old Record:" vertex="1">
          <mxGeometry height="30" width="80" x="-880" y="3445" as="geometry" />
        </mxCell>
        <mxCell id="kIgsmheDJQz7XmRfPmZH-94" parent="1" style="rounded=0;whiteSpace=wrap;html=1;fillColor=#fff2cc;strokeColor=#d6b656;" value="Key 1" vertex="1">
          <mxGeometry height="40" width="80" x="-800" y="3440" as="geometry" />
        </mxCell>
        <mxCell id="kIgsmheDJQz7XmRfPmZH-95" parent="1" style="rounded=0;whiteSpace=wrap;html=1;fillColor=#fff2cc;strokeColor=#d6b656;" value="Data 1" vertex="1">
          <mxGeometry height="40" width="80" x="-720" y="3440" as="geometry" />
        </mxCell>
        <mxCell id="kIgsmheDJQz7XmRfPmZH-96" parent="1" style="rounded=0;whiteSpace=wrap;html=1;fillColor=#f8cecc;strokeColor=#b85450;" value="1" vertex="1">
          <mxGeometry height="40" width="80" x="-640" y="3440" as="geometry" />
        </mxCell>
        <mxCell id="kIgsmheDJQz7XmRfPmZH-97" parent="1" style="text;html=1;whiteSpace=wrap;strokeColor=none;fillColor=none;align=center;verticalAlign=middle;rounded=0;" value="New Record:" vertex="1">
          <mxGeometry height="30" width="80" x="-880" y="3495" as="geometry" />
        </mxCell>
        <mxCell id="kIgsmheDJQz7XmRfPmZH-98" parent="1" style="rounded=0;whiteSpace=wrap;html=1;fillColor=#fff2cc;strokeColor=#d6b656;" value="Key 1" vertex="1">
          <mxGeometry height="40" width="80" x="-800" y="3490" as="geometry" />
        </mxCell>
        <mxCell id="kIgsmheDJQz7XmRfPmZH-99" parent="1" style="rounded=0;whiteSpace=wrap;html=1;fillColor=#fff2cc;strokeColor=#d6b656;" value="Data 2" vertex="1">
          <mxGeometry height="40" width="80" x="-720" y="3490" as="geometry" />
        </mxCell>
        <mxCell id="kIgsmheDJQz7XmRfPmZH-100" parent="1" style="rounded=0;whiteSpace=wrap;html=1;fillColor=#f8cecc;strokeColor=#b85450;" value="2" vertex="1">
          <mxGeometry height="40" width="80" x="-640" y="3490" as="geometry" />
        </mxCell>
        <mxCell id="kIgsmheDJQz7XmRfPmZH-102" parent="1" style="shape=cylinder3;whiteSpace=wrap;html=1;boundedLbl=1;backgroundOutline=1;size=15;fillColor=#d5e8d4;strokeColor=#82b366;" value="X = 20" vertex="1">
          <mxGeometry height="80" width="60" x="-1360" y="3810" as="geometry" />
        </mxCell>
        <mxCell id="kIgsmheDJQz7XmRfPmZH-103" parent="1" style="shape=cylinder3;whiteSpace=wrap;html=1;boundedLbl=1;backgroundOutline=1;size=15;fillColor=#d5e8d4;strokeColor=#82b366;" value="X = 20" vertex="1">
          <mxGeometry height="80" width="60" x="-1360" y="3960" as="geometry" />
        </mxCell>
        <mxCell id="kIgsmheDJQz7XmRfPmZH-104" parent="1" style="shape=cylinder3;whiteSpace=wrap;html=1;boundedLbl=1;backgroundOutline=1;size=15;fillColor=#d5e8d4;strokeColor=#82b366;" value="X = 20" vertex="1">
          <mxGeometry height="80" width="60" x="-1240" y="3880" as="geometry" />
        </mxCell>
        <mxCell id="kIgsmheDJQz7XmRfPmZH-105" parent="1" style="shape=cylinder3;whiteSpace=wrap;html=1;boundedLbl=1;backgroundOutline=1;size=15;fillColor=#fff2cc;strokeColor=#d6b656;" value="X = 10" vertex="1">
          <mxGeometry height="80" width="60" x="-1120" y="3810" as="geometry" />
        </mxCell>
        <mxCell id="kIgsmheDJQz7XmRfPmZH-106" parent="1" style="shape=cylinder3;whiteSpace=wrap;html=1;boundedLbl=1;backgroundOutline=1;size=15;fillColor=#fff2cc;strokeColor=#d6b656;" value="X = 10" vertex="1">
          <mxGeometry height="80" width="60" x="-1120" y="3960" as="geometry" />
        </mxCell>
        <mxCell id="kIgsmheDJQz7XmRfPmZH-107" edge="1" parent="1" style="endArrow=classic;html=1;rounded=0;entryX=0;entryY=0.5;entryDx=0;entryDy=0;entryPerimeter=0;" target="kIgsmheDJQz7XmRfPmZH-102" value="">
          <mxGeometry height="50" relative="1" width="50" as="geometry">
            <mxPoint x="-1560" y="3920" as="sourcePoint" />
            <mxPoint x="-1630" y="3870" as="targetPoint" />
          </mxGeometry>
        </mxCell>
        <mxCell id="kIgsmheDJQz7XmRfPmZH-108" edge="1" parent="1" style="endArrow=classic;html=1;rounded=0;entryX=0;entryY=0.5;entryDx=0;entryDy=0;entryPerimeter=0;" target="kIgsmheDJQz7XmRfPmZH-104" value="">
          <mxGeometry height="50" relative="1" width="50" as="geometry">
            <mxPoint x="-1560" y="3920" as="sourcePoint" />
            <mxPoint x="-1355" y="3890" as="targetPoint" />
          </mxGeometry>
        </mxCell>
        <mxCell id="kIgsmheDJQz7XmRfPmZH-109" edge="1" parent="1" style="endArrow=classic;html=1;rounded=0;entryX=0;entryY=0.5;entryDx=0;entryDy=0;entryPerimeter=0;" target="kIgsmheDJQz7XmRfPmZH-103" value="">
          <mxGeometry height="50" relative="1" width="50" as="geometry">
            <mxPoint x="-1560" y="3920" as="sourcePoint" />
            <mxPoint x="-1360" y="4000" as="targetPoint" />
          </mxGeometry>
        </mxCell>
        <mxCell id="kIgsmheDJQz7XmRfPmZH-110" parent="1" style="text;html=1;whiteSpace=wrap;strokeColor=none;fillColor=none;align=center;verticalAlign=middle;rounded=0;rotation=-20;" value="Write (X = 20)" vertex="1">
          <mxGeometry height="30" width="90" x="-1520" y="3850" as="geometry" />
        </mxCell>
        <mxCell id="kIgsmheDJQz7XmRfPmZH-111" parent="1" style="text;html=1;whiteSpace=wrap;strokeColor=none;fillColor=none;align=center;verticalAlign=middle;rounded=0;" value="Write (X = 20)" vertex="1">
          <mxGeometry height="30" width="90" x="-1470" y="3890" as="geometry" />
        </mxCell>
        <mxCell id="kIgsmheDJQz7XmRfPmZH-112" parent="1" style="text;html=1;whiteSpace=wrap;strokeColor=none;fillColor=none;align=center;verticalAlign=middle;rounded=0;rotation=20;" value="Write (X = 20)" vertex="1">
          <mxGeometry height="30" width="90" x="-1530" y="3960" as="geometry" />
        </mxCell>
        <mxCell id="kIgsmheDJQz7XmRfPmZH-113" edge="1" parent="1" style="endArrow=classic;html=1;rounded=0;entryX=1;entryY=0.5;entryDx=0;entryDy=0;entryPerimeter=0;" target="kIgsmheDJQz7XmRfPmZH-105" value="">
          <mxGeometry height="50" relative="1" width="50" as="geometry">
            <mxPoint x="-840" y="3920" as="sourcePoint" />
            <mxPoint x="-755" y="3870" as="targetPoint" />
          </mxGeometry>
        </mxCell>
        <mxCell id="kIgsmheDJQz7XmRfPmZH-114" edge="1" parent="1" style="endArrow=classic;html=1;rounded=0;entryX=1;entryY=0.5;entryDx=0;entryDy=0;entryPerimeter=0;" value="">
          <mxGeometry height="50" relative="1" width="50" as="geometry">
            <mxPoint x="-840" y="3920" as="sourcePoint" />
            <mxPoint x="-1180" y="3920" as="targetPoint" />
          </mxGeometry>
        </mxCell>
        <mxCell id="kIgsmheDJQz7XmRfPmZH-115" edge="1" parent="1" style="endArrow=classic;html=1;rounded=0;entryX=1;entryY=0.5;entryDx=0;entryDy=0;entryPerimeter=0;" value="">
          <mxGeometry height="50" relative="1" width="50" as="geometry">
            <mxPoint x="-840" y="3920" as="sourcePoint" />
            <mxPoint x="-1060" y="4000" as="targetPoint" />
          </mxGeometry>
        </mxCell>
        <mxCell id="kIgsmheDJQz7XmRfPmZH-116" parent="1" style="text;html=1;whiteSpace=wrap;strokeColor=none;fillColor=none;align=center;verticalAlign=middle;rounded=0;" value="Read (X)" vertex="1">
          <mxGeometry height="30" width="90" x="-990" y="3850" as="geometry" />
        </mxCell>
        <mxCell id="kIgsmheDJQz7XmRfPmZH-117" parent="1" style="text;html=1;whiteSpace=wrap;strokeColor=none;fillColor=none;align=center;verticalAlign=middle;rounded=0;" value="Read (X)" vertex="1">
          <mxGeometry height="30" width="90" x="-1020" y="3890" as="geometry" />
        </mxCell>
        <mxCell id="kIgsmheDJQz7XmRfPmZH-118" parent="1" style="text;html=1;whiteSpace=wrap;strokeColor=none;fillColor=none;align=center;verticalAlign=middle;rounded=0;" value="Read (X)" vertex="1">
          <mxGeometry height="30" width="90" x="-985" y="3960" as="geometry" />
        </mxCell>
        <mxCell id="kIgsmheDJQz7XmRfPmZH-119" parent="1" style="ellipse;whiteSpace=wrap;html=1;aspect=fixed;fillColor=none;dashed=1;strokeColor=light-dark(#ff8080, #d7817e);strokeWidth=2;" value="" vertex="1">
          <mxGeometry height="130" width="130" x="-1275" y="3855" as="geometry" />
        </mxCell>
        <mxCell id="Io5r8TIleDU7Dubmd4Zl-1" parent="1" style="text;html=1;whiteSpace=wrap;strokeColor=none;fillColor=none;align=left;verticalAlign=middle;rounded=0;" value="&lt;div&gt;Quorum Consensus - Definitions&lt;/div&gt;&lt;div&gt;&lt;ul&gt;&lt;li&gt;R - Minimum number of nodes a reader needs to read from&lt;/li&gt;&lt;li&gt;W - Minimum number of nodes a writer needs to write to&amp;nbsp;&lt;/li&gt;&lt;li&gt;N - Number of nodes in the database cluster&lt;/li&gt;&lt;/ul&gt;&lt;div&gt;&lt;b&gt;R + W &amp;gt; N -&amp;nbsp;&lt;/b&gt;Guarantees Strict Consistency&lt;/div&gt;&lt;/div&gt;" vertex="1">
          <mxGeometry height="110" width="600" x="-1560" y="3610" as="geometry" />
        </mxCell>
        <mxCell id="Io5r8TIleDU7Dubmd4Zl-2" parent="1" style="text;whiteSpace=wrap;html=1;" value="In a 5-node cluster with read and write quorums of 3, any read operation is guaranteed to overlap with the latest write operation. This allows clients to compare record versions and identify the most recent value, ensuring consistency across the system." vertex="1">
          <mxGeometry height="40" width="680" x="-1560" y="3760" as="geometry" />
        </mxCell>
        <mxCell id="Io5r8TIleDU7Dubmd4Zl-3" parent="1" style="shape=cylinder3;whiteSpace=wrap;html=1;boundedLbl=1;backgroundOutline=1;size=15;fillColor=#d5e8d4;strokeColor=#82b366;" value="" vertex="1">
          <mxGeometry height="80" width="60" x="-1480" y="4240" as="geometry" />
        </mxCell>
        <mxCell id="Io5r8TIleDU7Dubmd4Zl-4" parent="1" style="shape=cylinder3;whiteSpace=wrap;html=1;boundedLbl=1;backgroundOutline=1;size=15;fillColor=#fff2cc;strokeColor=#d6b656;" value="" vertex="1">
          <mxGeometry height="80" width="60" x="-1300" y="4240" as="geometry" />
        </mxCell>
        <mxCell id="Io5r8TIleDU7Dubmd4Zl-6" parent="1" style="shape=cylinder3;whiteSpace=wrap;html=1;boundedLbl=1;backgroundOutline=1;size=15;fillColor=#d5e8d4;strokeColor=#82b366;" value="" vertex="1">
          <mxGeometry height="80" width="60" x="-1390" y="4360" as="geometry" />
        </mxCell>
        <mxCell id="Io5r8TIleDU7Dubmd4Zl-7" parent="1" style="shape=cylinder3;whiteSpace=wrap;html=1;boundedLbl=1;backgroundOutline=1;size=15;fillColor=#d5e8d4;strokeColor=#82b366;" value="" vertex="1">
          <mxGeometry height="80" width="60" x="-1480" y="4480" as="geometry" />
        </mxCell>
        <mxCell id="Io5r8TIleDU7Dubmd4Zl-8" parent="1" style="shape=cylinder3;whiteSpace=wrap;html=1;boundedLbl=1;backgroundOutline=1;size=15;fillColor=#fff2cc;strokeColor=#d6b656;" value="" vertex="1">
          <mxGeometry height="80" width="60" x="-1300" y="4480" as="geometry" />
        </mxCell>
        <mxCell id="Io5r8TIleDU7Dubmd4Zl-9" parent="1" style="rounded=1;whiteSpace=wrap;html=1;fillColor=none;strokeColor=light-dark(#808000, #ededed);dashed=1;" value="" vertex="1">
          <mxGeometry height="340" width="80" x="-1310" y="4230" as="geometry" />
        </mxCell>
        <mxCell id="Io5r8TIleDU7Dubmd4Zl-10" edge="1" parent="1" style="endArrow=none;html=1;rounded=0;fillColor=#f8cecc;strokeColor=#b85450;" value="">
          <mxGeometry height="50" relative="1" width="50" as="geometry">
            <Array as="points">
              <mxPoint x="-1490" y="4220" />
              <mxPoint x="-1400" y="4220" />
            </Array>
            <mxPoint x="-1490" y="4580" as="sourcePoint" />
            <mxPoint x="-1180" y="4580" as="targetPoint" />
          </mxGeometry>
        </mxCell>
        <mxCell id="Io5r8TIleDU7Dubmd4Zl-11" edge="1" parent="1" style="endArrow=none;html=1;rounded=0;" value="">
          <mxGeometry height="50" relative="1" width="50" as="geometry">
            <mxPoint x="-1490" y="4580" as="sourcePoint" />
            <mxPoint x="-1180" y="4580" as="targetPoint" />
          </mxGeometry>
        </mxCell>
        <mxCell id="Io5r8TIleDU7Dubmd4Zl-12" parent="1" style="text;html=1;whiteSpace=wrap;strokeColor=none;fillColor=none;align=left;verticalAlign=middle;rounded=0;" value="&lt;div&gt;N = 5&lt;/div&gt;&lt;div&gt;&lt;br&gt;&lt;/div&gt;&lt;div&gt;R = 2&lt;/div&gt;&lt;div&gt;&lt;br&gt;&lt;/div&gt;&lt;div&gt;W = 4&lt;/div&gt;" vertex="1">
-           <mxGeometry height="80" width="40" x="-1560" y="4200" as="geometry" />
+           <mxGeometry height="80" width="40" x="-1560" y="4240" as="geometry" />
+         </mxCell>
+         <mxCell id="Io5r8TIleDU7Dubmd4Zl-13" parent="1" style="text;html=1;whiteSpace=wrap;strokeColor=none;fillColor=none;align=left;verticalAlign=middle;rounded=0;" value="Quorum - High Availability" vertex="1">
+           <mxGeometry height="30" width="240" x="-1560" y="4170" as="geometry" />
        </mxCell>
      </root>
    </mxGraphModel>
  </diagram>
</mxfile>
